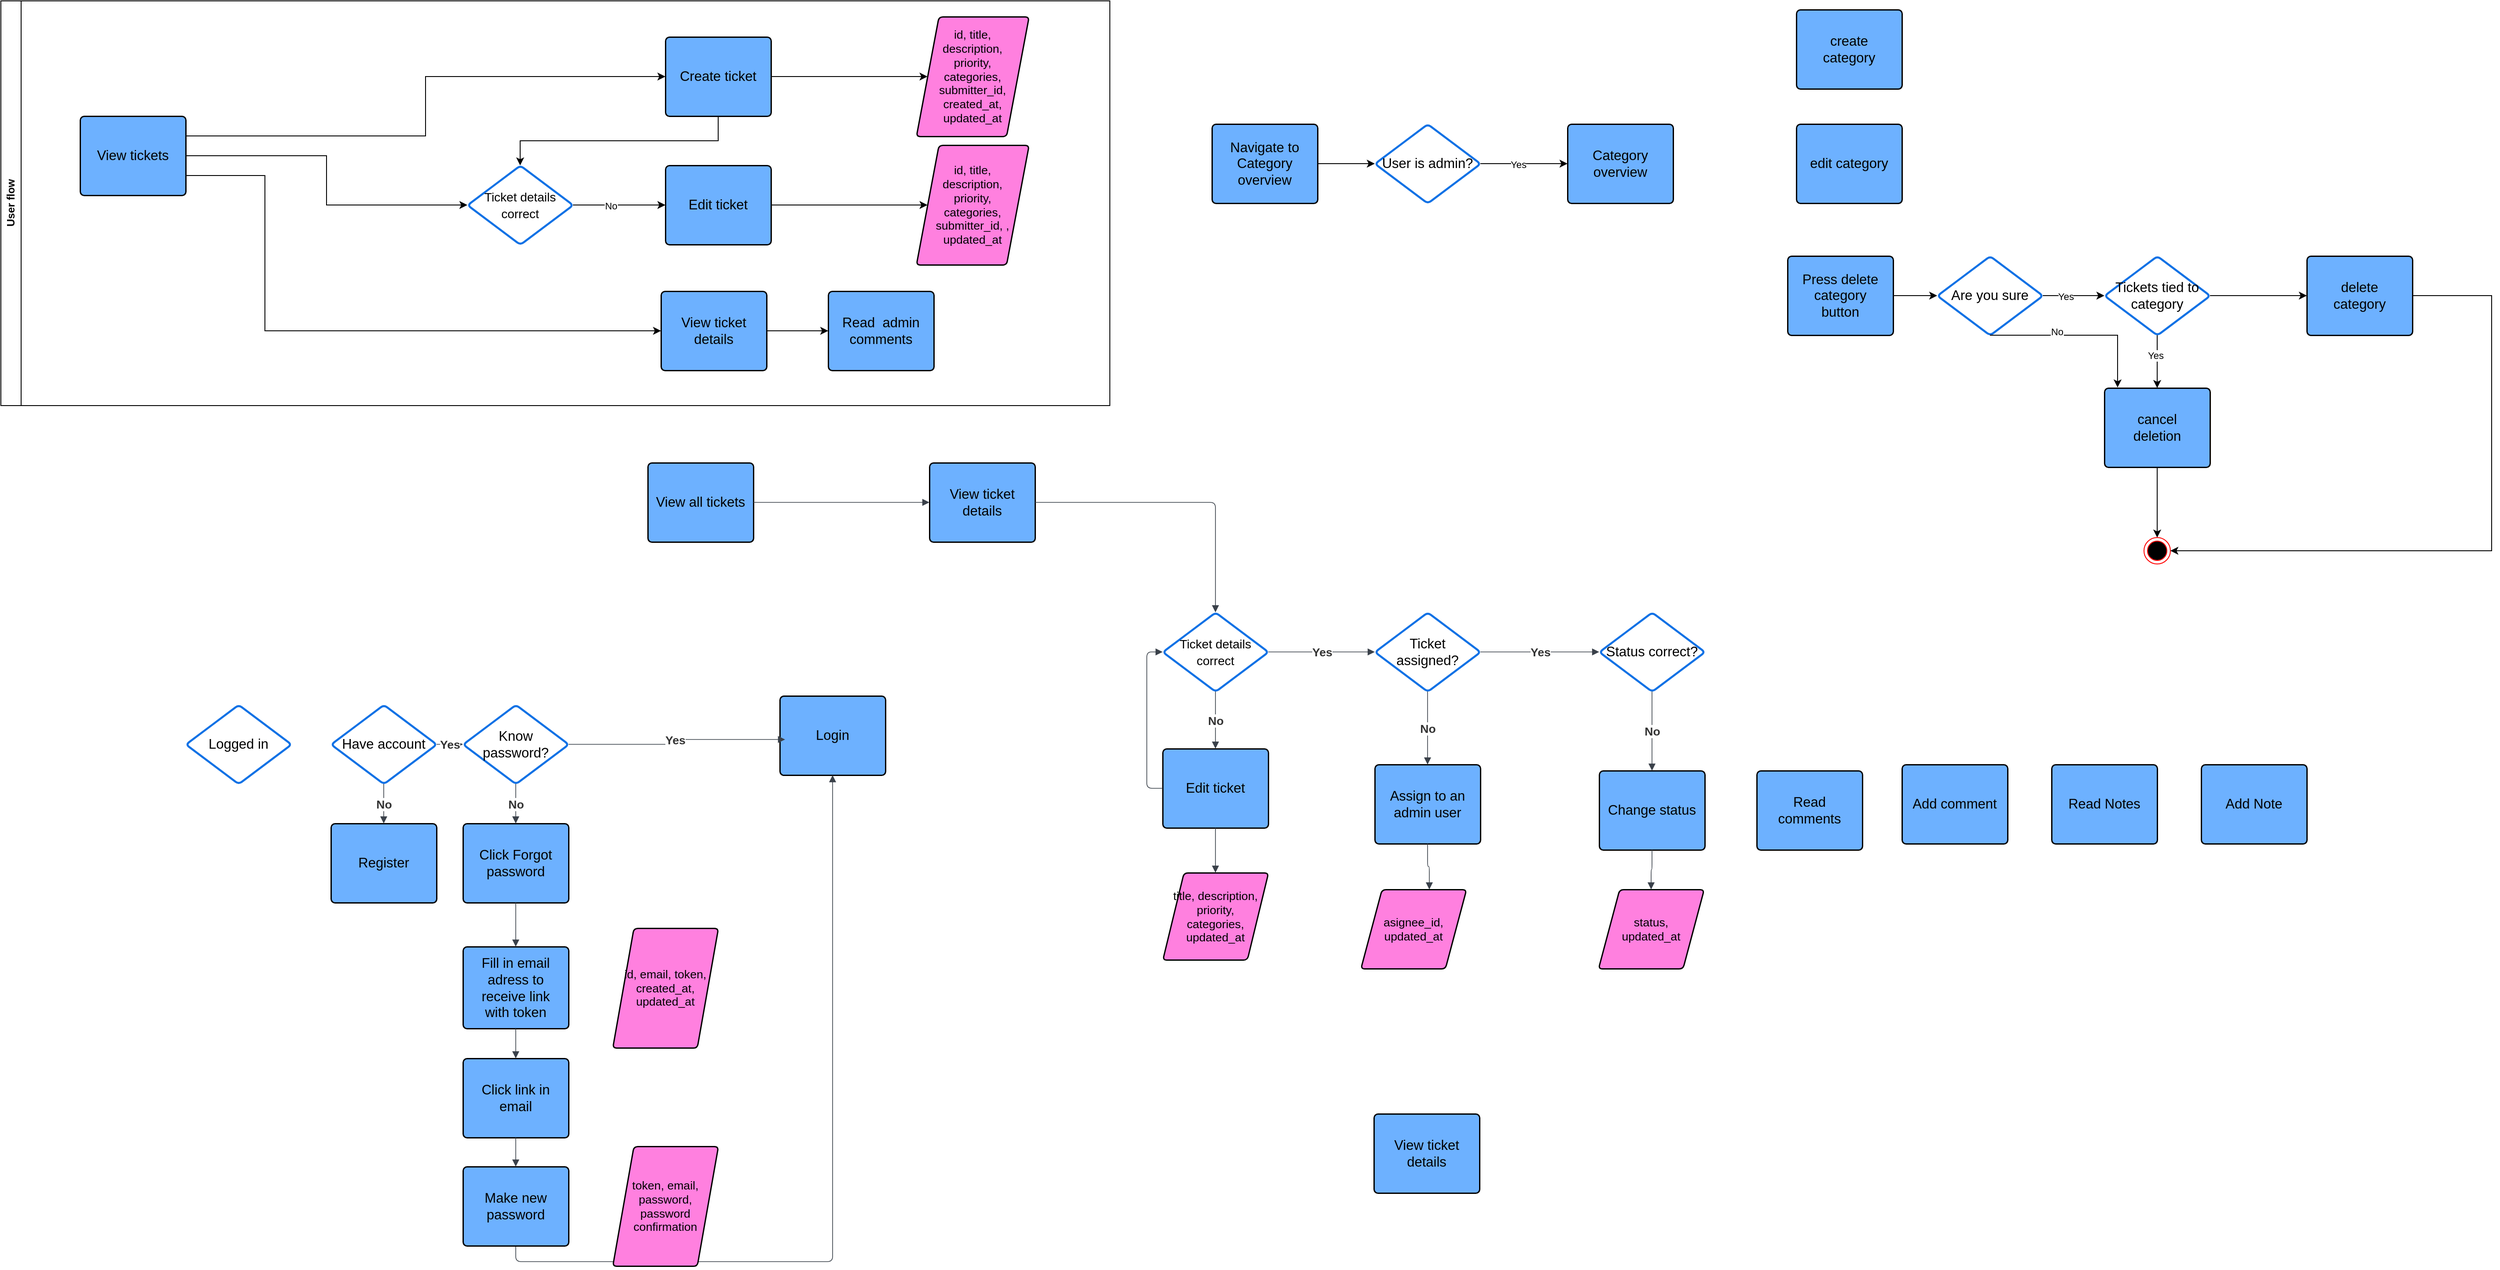
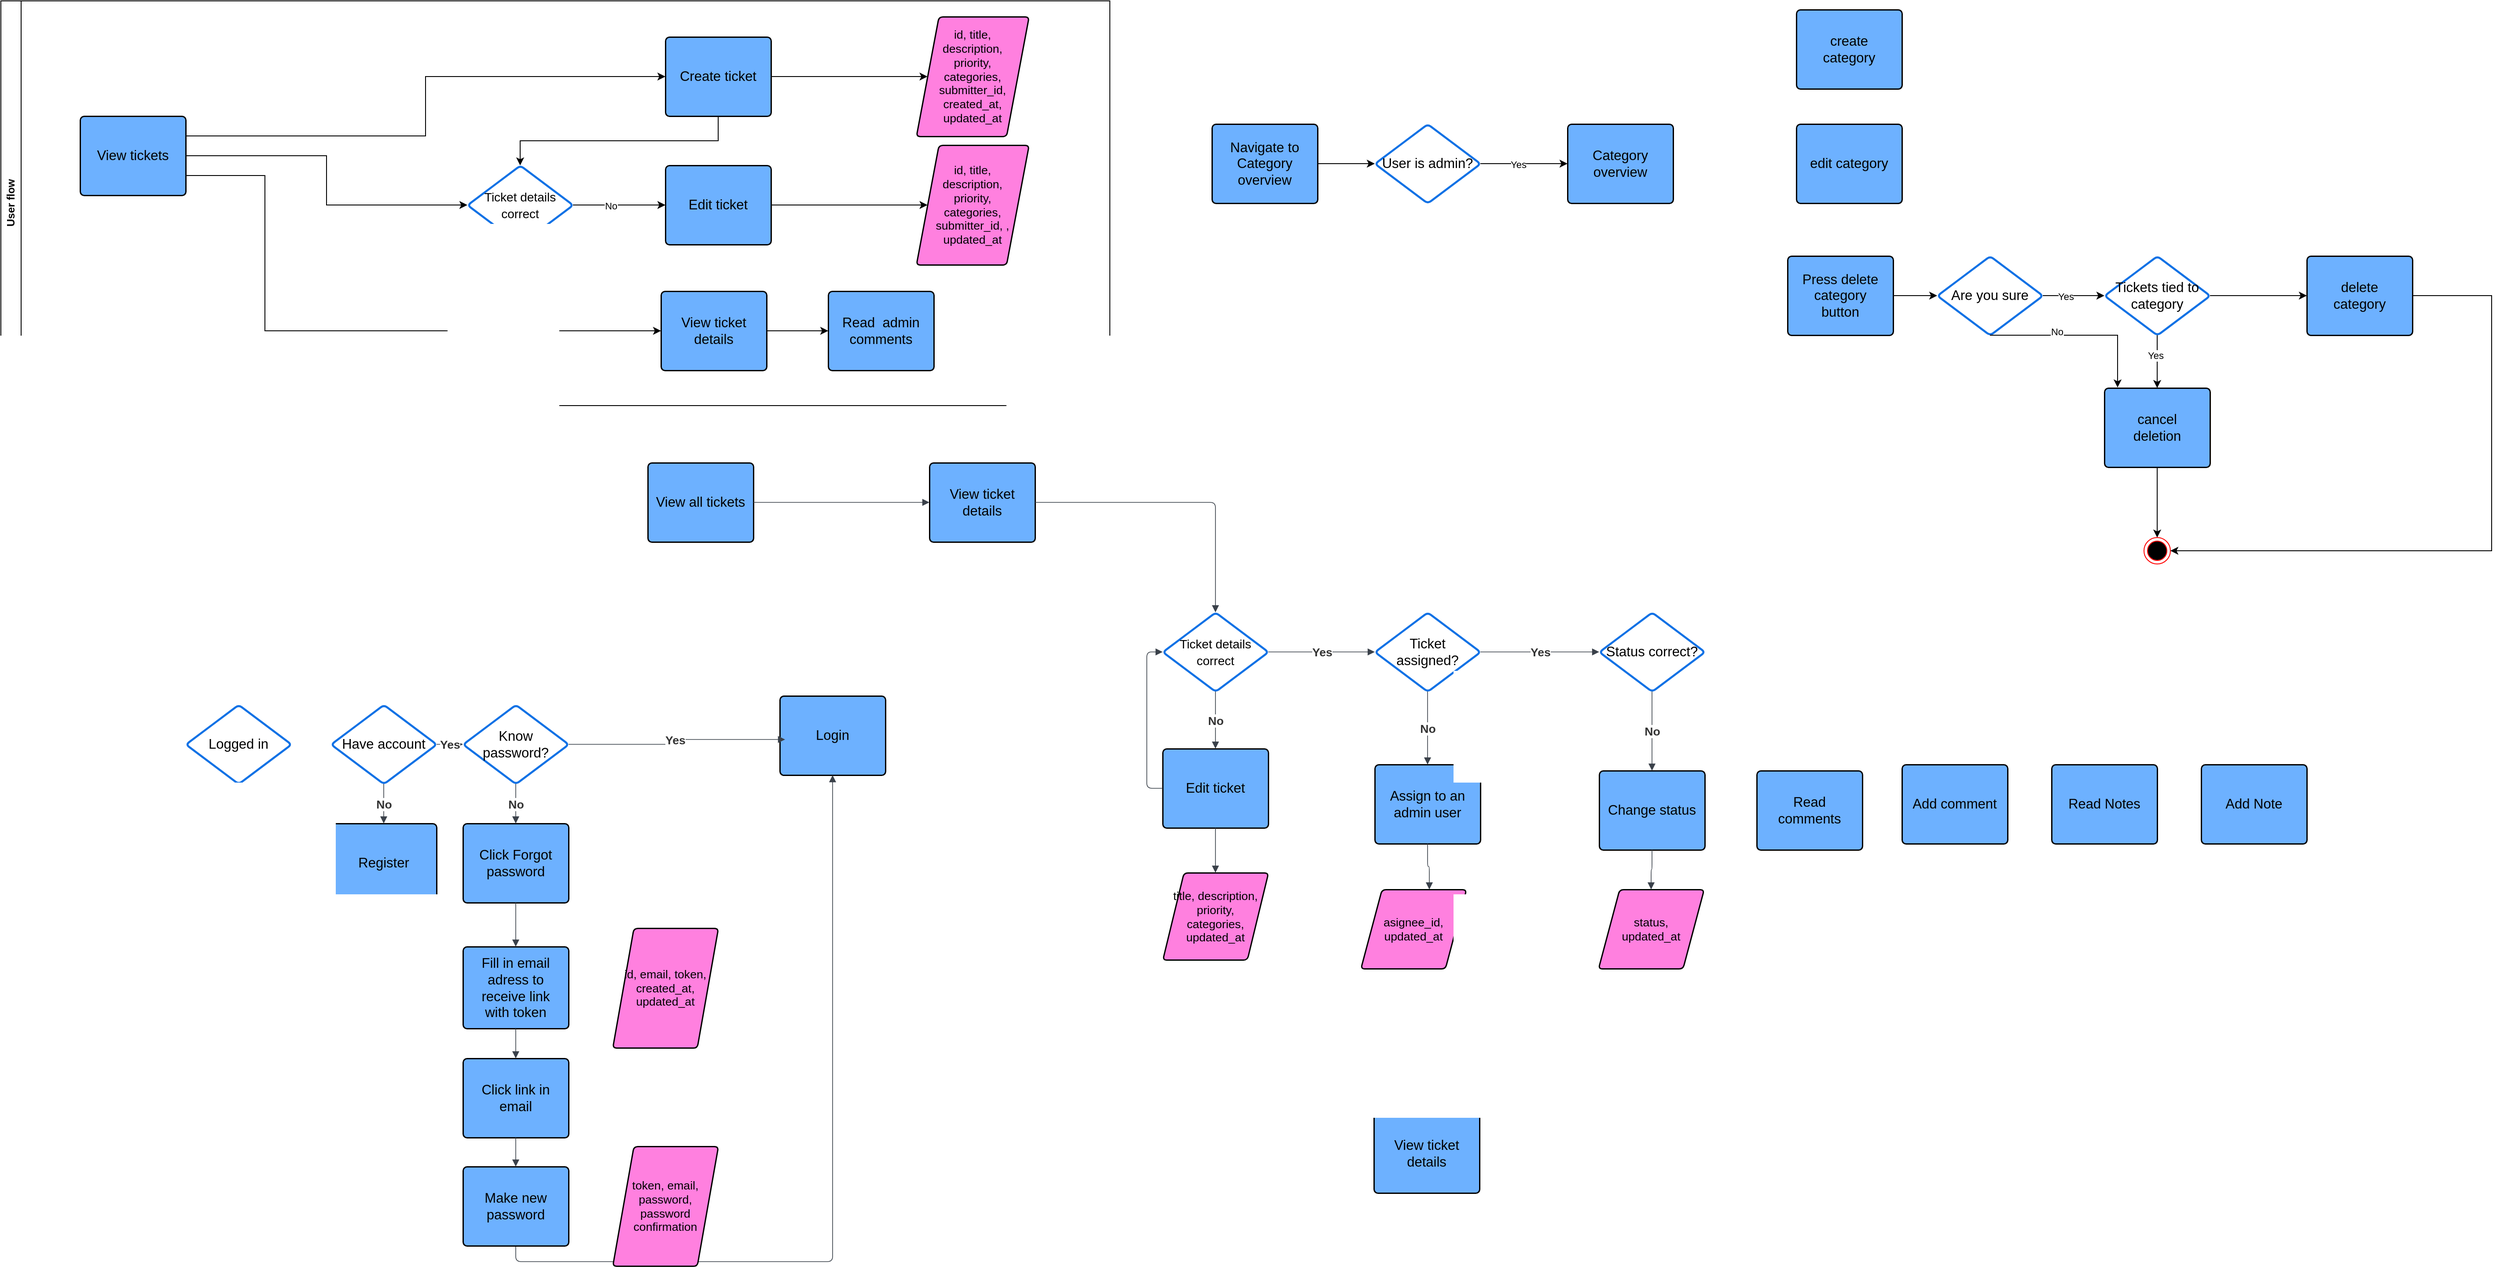
<mxfile host="app.diagrams.net" pages="2">
  <diagram name="Page-1" id="n7FBKacEKIxXiVAmHtVA">
    <mxGraphModel dx="1392" dy="825" grid="1" gridSize="10" guides="1" tooltips="1" connect="1" arrows="1" fold="1" page="1" pageScale="1" pageWidth="850" pageHeight="1100" math="0" shadow="0">
      <root>
        <mxCell id="0" />
        <mxCell id="1" parent="0" />
        <mxCell id="zY7RNsqznwpmfASJRKpX-2" parent="1" style="html=1;overflow=block;blockSpacing=1;whiteSpace=wrap;shape=mxgraph.bpmn.shape;outline=end;symbol=terminate;strokeColor=#000000;fillColor=#ffffff;fontSize=13;spacing=0;strokeOpacity=100;rounded=1;absoluteArcSize=1;arcSize=9;strokeWidth=NaN;lucidId=3..6X8Ew9ufc;" value="" vertex="1">
          <mxGeometry height="30" width="30" x="-280" y="590" as="geometry" />
        </mxCell>
        <mxCell id="zY7RNsqznwpmfASJRKpX-30" parent="1" style="html=1;overflow=block;blockSpacing=1;whiteSpace=wrap;fontSize=15.5;spacing=9;strokeOpacity=100;fillOpacity=100;rounded=1;absoluteArcSize=1;arcSize=9;fillColor=#6db1ff;strokeWidth=1.5;lucidId=bpb7-LDuSo~5;" value="Click Forgot password" vertex="1">
          <mxGeometry height="90" width="120" x="595" y="1235" as="geometry" />
        </mxCell>
        <mxCell id="zY7RNsqznwpmfASJRKpX-31" parent="1" style="html=1;overflow=block;blockSpacing=1;whiteSpace=wrap;fontSize=15.5;spacing=9;strokeOpacity=100;fillOpacity=100;rounded=1;absoluteArcSize=1;arcSize=9;fillColor=#6db1ff;strokeWidth=1.5;lucidId=Bpb7WJCPLiIc;" value="Click link in email" vertex="1">
          <mxGeometry height="90" width="120" x="595" y="1502" as="geometry" />
        </mxCell>
        <mxCell id="zY7RNsqznwpmfASJRKpX-32" parent="1" style="html=1;overflow=block;blockSpacing=1;whiteSpace=wrap;fontSize=15.5;spacing=9;strokeOpacity=100;fillOpacity=100;rounded=1;absoluteArcSize=1;arcSize=9;fillColor=#6db1ff;strokeWidth=1.5;lucidId=Tpb7vnIm.4ui;" value="Fill in email adress to receive link with token" vertex="1">
          <mxGeometry height="93" width="120" x="595" y="1375" as="geometry" />
        </mxCell>
        <mxCell id="zY7RNsqznwpmfASJRKpX-33" parent="1" style="html=1;overflow=block;blockSpacing=1;whiteSpace=wrap;fontSize=15.5;spacing=9;strokeOpacity=100;fillOpacity=100;rounded=1;absoluteArcSize=1;arcSize=9;fillColor=#6db1ff;strokeWidth=1.5;lucidId=Psd7zcE1niAG;" value="Register" vertex="1">
          <mxGeometry height="90" width="120" x="445" y="1235" as="geometry" />
        </mxCell>
        <mxCell id="zY7RNsqznwpmfASJRKpX-35" parent="1" style="points=[[0.058,0.533,0]];html=1;overflow=block;blockSpacing=1;whiteSpace=wrap;fontSize=15.5;spacing=9;strokeOpacity=100;fillOpacity=100;rounded=1;absoluteArcSize=1;arcSize=9;fillColor=#6db1ff;strokeWidth=1.5;lucidId=Ntd7Snyt2GsH;" value="Login" vertex="1">
          <mxGeometry height="90" width="120" x="955" y="1090" as="geometry" />
        </mxCell>
        <mxCell id="zY7RNsqznwpmfASJRKpX-86" edge="1" parent="1" source="zY7RNsqznwpmfASJRKpX-36" style="edgeStyle=orthogonalEdgeStyle;rounded=0;orthogonalLoop=1;jettySize=auto;html=1;exitX=1;exitY=0.5;exitDx=0;exitDy=0;" target="zY7RNsqznwpmfASJRKpX-65">
          <mxGeometry relative="1" as="geometry" />
        </mxCell>
        <mxCell id="zY7RNsqznwpmfASJRKpX-91" edge="1" parent="1" source="zY7RNsqznwpmfASJRKpX-36" style="edgeStyle=orthogonalEdgeStyle;rounded=0;orthogonalLoop=1;jettySize=auto;html=1;exitX=0.5;exitY=1;exitDx=0;exitDy=0;entryX=0.5;entryY=0;entryDx=0;entryDy=0;" target="zY7RNsqznwpmfASJRKpX-88">
          <mxGeometry relative="1" as="geometry" />
        </mxCell>
        <mxCell id="zY7RNsqznwpmfASJRKpX-36" parent="1" style="html=1;overflow=block;blockSpacing=1;whiteSpace=wrap;fontSize=15.5;spacing=9;strokeOpacity=100;fillOpacity=100;rounded=1;absoluteArcSize=1;arcSize=9;fillColor=#6db1ff;strokeWidth=1.5;lucidId=Vtd7YC4HCxfX;" value="Create ticket" vertex="1">
          <mxGeometry height="90" width="120" x="825" y="341" as="geometry" />
        </mxCell>
        <mxCell id="zY7RNsqznwpmfASJRKpX-87" edge="1" parent="1" source="zY7RNsqznwpmfASJRKpX-37" style="edgeStyle=orthogonalEdgeStyle;rounded=0;orthogonalLoop=1;jettySize=auto;html=1;exitX=1;exitY=0.5;exitDx=0;exitDy=0;" target="zY7RNsqznwpmfASJRKpX-85">
          <mxGeometry relative="1" as="geometry" />
        </mxCell>
        <mxCell id="zY7RNsqznwpmfASJRKpX-37" parent="1" style="html=1;overflow=block;blockSpacing=1;whiteSpace=wrap;fontSize=15.5;spacing=9;strokeOpacity=100;fillOpacity=100;rounded=1;absoluteArcSize=1;arcSize=9;fillColor=#6db1ff;strokeWidth=1.5;lucidId=_td7SspD.L~e;" value="Edit ticket" vertex="1">
          <mxGeometry height="90" width="120" x="825" y="487" as="geometry" />
        </mxCell>
        <mxCell id="zY7RNsqznwpmfASJRKpX-38" parent="1" style="html=1;overflow=block;blockSpacing=1;whiteSpace=wrap;fontSize=15.5;spacing=9;strokeOpacity=100;fillOpacity=100;rounded=1;absoluteArcSize=1;arcSize=9;fillColor=#6db1ff;strokeWidth=1.5;lucidId=Nud7yY_tADRs;" value="View all tickets" vertex="1">
          <mxGeometry height="90" width="120" x="805" y="825" as="geometry" />
        </mxCell>
        <mxCell id="zY7RNsqznwpmfASJRKpX-39" parent="1" style="html=1;overflow=block;blockSpacing=1;whiteSpace=wrap;fontSize=15.5;spacing=9;strokeOpacity=100;fillOpacity=100;rounded=1;absoluteArcSize=1;arcSize=9;fillColor=#6db1ff;strokeWidth=1.5;lucidId=nvd78RTM1qBb;" value="View ticket details" vertex="1">
          <mxGeometry height="90" width="120" x="1125" y="825" as="geometry" />
        </mxCell>
        <mxCell id="zY7RNsqznwpmfASJRKpX-40" parent="1" style="html=1;overflow=block;blockSpacing=1;whiteSpace=wrap;fontSize=15.5;spacing=9;strokeOpacity=100;fillOpacity=100;rounded=1;absoluteArcSize=1;arcSize=9;fillColor=#6db1ff;strokeWidth=1.5;lucidId=Xwd7pQBRmD6D;" value="View ticket details" vertex="1">
          <mxGeometry height="90" width="120" x="1630" y="1565" as="geometry" />
        </mxCell>
        <mxCell id="zY7RNsqznwpmfASJRKpX-41" parent="1" style="html=1;overflow=block;blockSpacing=1;whiteSpace=wrap;rhombus;fontSize=15.5;spacing=3.8;strokeColor=#1071e5;strokeOpacity=100;fillOpacity=100;rounded=1;absoluteArcSize=1;arcSize=9;fillColor=#ffffff;strokeWidth=2.3;lucidId=5wd7-uWDyog3;" value="&lt;font style=&quot;font-size: 14px;&quot;&gt;Ticket details correct&lt;/font&gt;" vertex="1">
          <mxGeometry height="90" width="120" x="1390" y="995" as="geometry" />
        </mxCell>
        <mxCell id="zY7RNsqznwpmfASJRKpX-42" parent="1" style="html=1;overflow=block;blockSpacing=1;whiteSpace=wrap;fontSize=15.5;spacing=9;strokeOpacity=100;fillOpacity=100;rounded=1;absoluteArcSize=1;arcSize=9;fillColor=#6db1ff;strokeWidth=1.5;lucidId=axd7c7hm7-W8;" value="Edit ticket" vertex="1">
          <mxGeometry height="90" width="120" x="1390" y="1150" as="geometry" />
        </mxCell>
        <mxCell id="zY7RNsqznwpmfASJRKpX-43" edge="1" parent="1" source="zY7RNsqznwpmfASJRKpX-41" style="html=1;jettySize=18;whiteSpace=wrap;fontSize=13.3;fontColor=#333333;fontStyle=1;strokeColor=#3a414a;strokeOpacity=100;strokeWidth=0.8;rounded=1;arcSize=12;edgeStyle=orthogonalEdgeStyle;startArrow=none;endArrow=block;endFill=1;exitX=1;exitY=0.5;exitPerimeter=0;entryX=0;entryY=0.5;entryPerimeter=0;lucidId=Oxd76sbPQS1N;" target="zY7RNsqznwpmfASJRKpX-47" value="">
          <mxGeometry height="100" relative="1" width="100" as="geometry">
            <Array as="points" />
          </mxGeometry>
        </mxCell>
        <mxCell id="zY7RNsqznwpmfASJRKpX-44" parent="zY7RNsqznwpmfASJRKpX-43" style="text;html=1;resizable=0;labelBackgroundColor=default;align=center;verticalAlign=middle;fontStyle=1;fontColor=#333333;fontSize=13.3;" value="Yes" vertex="1">
          <mxGeometry relative="1" as="geometry" />
        </mxCell>
        <mxCell id="zY7RNsqznwpmfASJRKpX-45" edge="1" parent="1" source="zY7RNsqznwpmfASJRKpX-41" style="html=1;jettySize=18;whiteSpace=wrap;fontSize=13.3;fontColor=#333333;fontStyle=1;strokeColor=#3a414a;strokeOpacity=100;strokeWidth=0.8;rounded=1;arcSize=12;edgeStyle=orthogonalEdgeStyle;startArrow=none;endArrow=block;endFill=1;exitX=0.5;exitY=1;exitPerimeter=0;entryX=0.5;entryY=0;entryPerimeter=0;lucidId=Sxd71a7ONU-R;" target="zY7RNsqznwpmfASJRKpX-42" value="">
          <mxGeometry height="100" relative="1" width="100" as="geometry">
            <Array as="points" />
          </mxGeometry>
        </mxCell>
        <mxCell id="zY7RNsqznwpmfASJRKpX-46" parent="zY7RNsqznwpmfASJRKpX-45" style="text;html=1;resizable=0;labelBackgroundColor=default;align=center;verticalAlign=middle;fontStyle=1;fontColor=#333333;fontSize=13.3;" value="No" vertex="1">
          <mxGeometry relative="1" as="geometry" />
        </mxCell>
        <mxCell id="zY7RNsqznwpmfASJRKpX-47" parent="1" style="html=1;overflow=block;blockSpacing=1;whiteSpace=wrap;rhombus;fontSize=15.5;spacing=3.8;strokeColor=#1071e5;strokeOpacity=100;fillOpacity=100;rounded=1;absoluteArcSize=1;arcSize=9;fillColor=#ffffff;strokeWidth=2.3;lucidId=syd7IaviowkX;" value="Ticket assigned?" vertex="1">
          <mxGeometry height="90" width="120" x="1631" y="995" as="geometry" />
        </mxCell>
        <mxCell id="zY7RNsqznwpmfASJRKpX-48" parent="1" style="html=1;overflow=block;blockSpacing=1;whiteSpace=wrap;fontSize=15.5;spacing=9;strokeOpacity=100;fillOpacity=100;rounded=1;absoluteArcSize=1;arcSize=9;fillColor=#6db1ff;strokeWidth=1.5;lucidId=Jyd7JkUnaxf8;" value="Assign to an admin user" vertex="1">
          <mxGeometry height="90" width="120" x="1631" y="1168" as="geometry" />
        </mxCell>
        <mxCell id="zY7RNsqznwpmfASJRKpX-49" edge="1" parent="1" source="zY7RNsqznwpmfASJRKpX-42" style="html=1;jettySize=18;whiteSpace=wrap;fontSize=13;strokeColor=#3a414a;strokeOpacity=100;strokeWidth=0.8;rounded=1;arcSize=12;edgeStyle=orthogonalEdgeStyle;startArrow=none;endArrow=block;endFill=1;exitX=0;exitY=0.5;exitPerimeter=0;entryX=0;entryY=0.5;entryPerimeter=0;lucidId=azd7dvgm_alB;" target="zY7RNsqznwpmfASJRKpX-41" value="">
          <mxGeometry height="100" relative="1" width="100" as="geometry">
            <Array as="points" />
          </mxGeometry>
        </mxCell>
        <mxCell id="zY7RNsqznwpmfASJRKpX-50" edge="1" parent="1" source="zY7RNsqznwpmfASJRKpX-39" style="html=1;jettySize=18;whiteSpace=wrap;fontSize=13;strokeColor=#3a414a;strokeOpacity=100;strokeWidth=0.8;rounded=1;arcSize=12;edgeStyle=orthogonalEdgeStyle;startArrow=none;endArrow=block;endFill=1;exitX=1;exitY=0.5;exitPerimeter=0;entryX=0.5;entryY=0;entryPerimeter=0;lucidId=gzd7N4qLlebf;" target="zY7RNsqznwpmfASJRKpX-41" value="">
          <mxGeometry height="100" relative="1" width="100" as="geometry">
            <Array as="points" />
          </mxGeometry>
        </mxCell>
        <mxCell id="zY7RNsqznwpmfASJRKpX-51" parent="1" style="html=1;overflow=block;blockSpacing=1;whiteSpace=wrap;rhombus;fontSize=15.5;spacing=3.8;strokeColor=#1071e5;strokeOpacity=100;fillOpacity=100;rounded=1;absoluteArcSize=1;arcSize=9;fillColor=#ffffff;strokeWidth=2.3;lucidId=EAd7CyOomCcP;" value="Status correct?" vertex="1">
          <mxGeometry height="90" width="120" x="1886" y="995" as="geometry" />
        </mxCell>
        <mxCell id="zY7RNsqznwpmfASJRKpX-52" parent="1" style="html=1;overflow=block;blockSpacing=1;whiteSpace=wrap;fontSize=15.5;spacing=9;strokeOpacity=100;fillOpacity=100;rounded=1;absoluteArcSize=1;arcSize=9;fillColor=#6db1ff;strokeWidth=1.5;lucidId=UAd76zzu97HQ;" value="Change status" vertex="1">
          <mxGeometry height="90" width="120" x="1886" y="1175" as="geometry" />
        </mxCell>
        <mxCell id="zY7RNsqznwpmfASJRKpX-53" edge="1" parent="1" source="zY7RNsqznwpmfASJRKpX-47" style="html=1;jettySize=18;whiteSpace=wrap;fontSize=13.3;fontColor=#333333;fontStyle=1;strokeColor=#3a414a;strokeOpacity=100;strokeWidth=0.8;rounded=1;arcSize=12;edgeStyle=orthogonalEdgeStyle;startArrow=none;endArrow=block;endFill=1;exitX=1;exitY=0.5;exitPerimeter=0;entryX=0;entryY=0.5;entryPerimeter=0;lucidId=ABd7Drj8k.3V;" target="zY7RNsqznwpmfASJRKpX-51" value="">
          <mxGeometry height="100" relative="1" width="100" as="geometry">
            <Array as="points" />
          </mxGeometry>
        </mxCell>
        <mxCell id="zY7RNsqznwpmfASJRKpX-54" parent="zY7RNsqznwpmfASJRKpX-53" style="text;html=1;resizable=0;labelBackgroundColor=default;align=center;verticalAlign=middle;fontStyle=1;fontColor=#333333;fontSize=13.3;" value="Yes" vertex="1">
          <mxGeometry relative="1" as="geometry" />
        </mxCell>
        <mxCell id="zY7RNsqznwpmfASJRKpX-55" edge="1" parent="1" source="zY7RNsqznwpmfASJRKpX-47" style="html=1;jettySize=18;whiteSpace=wrap;fontSize=13.3;fontColor=#333333;fontStyle=1;strokeColor=#3a414a;strokeOpacity=100;strokeWidth=0.8;rounded=1;arcSize=12;edgeStyle=orthogonalEdgeStyle;startArrow=none;endArrow=block;endFill=1;exitX=0.5;exitY=1;exitPerimeter=0;entryX=0.5;entryY=0;entryPerimeter=0;lucidId=GBd7pjRFpy4B;" target="zY7RNsqznwpmfASJRKpX-48" value="">
          <mxGeometry height="100" relative="1" width="100" as="geometry">
            <Array as="points" />
          </mxGeometry>
        </mxCell>
        <mxCell id="zY7RNsqznwpmfASJRKpX-56" parent="zY7RNsqznwpmfASJRKpX-55" style="text;html=1;resizable=0;labelBackgroundColor=default;align=center;verticalAlign=middle;fontStyle=1;fontColor=#333333;fontSize=13.3;" value="No" vertex="1">
          <mxGeometry relative="1" as="geometry" />
        </mxCell>
        <mxCell id="zY7RNsqznwpmfASJRKpX-57" edge="1" parent="1" source="zY7RNsqznwpmfASJRKpX-51" style="html=1;jettySize=18;whiteSpace=wrap;fontSize=13.3;fontColor=#333333;fontStyle=1;strokeColor=#3a414a;strokeOpacity=100;strokeWidth=0.8;rounded=1;arcSize=12;edgeStyle=orthogonalEdgeStyle;startArrow=none;endArrow=block;endFill=1;exitX=0.5;exitY=1;exitPerimeter=0;entryX=0.5;entryY=0;entryPerimeter=0;lucidId=MBd7LakJBfWu;" target="zY7RNsqznwpmfASJRKpX-52" value="">
          <mxGeometry height="100" relative="1" width="100" as="geometry">
            <Array as="points" />
          </mxGeometry>
        </mxCell>
        <mxCell id="zY7RNsqznwpmfASJRKpX-58" parent="zY7RNsqznwpmfASJRKpX-57" style="text;html=1;resizable=0;labelBackgroundColor=default;align=center;verticalAlign=middle;fontStyle=1;fontColor=#333333;fontSize=13.3;" value="No" vertex="1">
          <mxGeometry relative="1" as="geometry" />
        </mxCell>
        <mxCell id="zY7RNsqznwpmfASJRKpX-59" parent="1" style="html=1;overflow=block;blockSpacing=1;whiteSpace=wrap;shape=parallelogram;perimeter=parallelogramPerimeter;anchorPointDirection=0;fontSize=13.3;spacing=9;strokeOpacity=100;fillOpacity=100;rounded=1;absoluteArcSize=1;arcSize=9;fillColor=#ff80df;strokeWidth=1.5;lucidId=xCd7-JIVUJRF;" value="asignee_id, updated_at" vertex="1">
          <mxGeometry height="90" width="120" x="1615" y="1310" as="geometry" />
        </mxCell>
        <mxCell id="zY7RNsqznwpmfASJRKpX-60" parent="1" style="html=1;overflow=block;blockSpacing=1;whiteSpace=wrap;shape=parallelogram;perimeter=parallelogramPerimeter;anchorPointDirection=0;fontSize=13.3;spacing=9;strokeOpacity=100;fillOpacity=100;rounded=1;absoluteArcSize=1;arcSize=9;fillColor=#ff80df;strokeWidth=1.5;lucidId=zCd7tC_oZC9I;" value="status, updated_at" vertex="1">
          <mxGeometry height="90" width="120" x="1885" y="1310" as="geometry" />
        </mxCell>
        <mxCell id="zY7RNsqznwpmfASJRKpX-61" parent="1" style="html=1;overflow=block;blockSpacing=1;whiteSpace=wrap;shape=parallelogram;perimeter=parallelogramPerimeter;anchorPointDirection=0;fontSize=13.3;spacing=9;strokeOpacity=100;fillOpacity=100;rounded=1;absoluteArcSize=1;arcSize=9;fillColor=#ff80df;strokeWidth=1.5;lucidId=ZCd73fD3l1vH;" value="title, description, priority, categories, updated_at" vertex="1">
          <mxGeometry height="99" width="120" x="1390" y="1291" as="geometry" />
        </mxCell>
        <mxCell id="zY7RNsqznwpmfASJRKpX-62" edge="1" parent="1" source="zY7RNsqznwpmfASJRKpX-42" style="html=1;jettySize=18;whiteSpace=wrap;fontSize=13;strokeColor=#3a414a;strokeOpacity=100;strokeWidth=0.8;rounded=1;arcSize=12;edgeStyle=orthogonalEdgeStyle;startArrow=none;endArrow=block;endFill=1;exitX=0.5;exitY=1;exitPerimeter=0;entryX=0.5;entryY=0;entryPerimeter=0;lucidId=8Cd7BvWGGa37;" target="zY7RNsqznwpmfASJRKpX-61" value="">
          <mxGeometry height="100" relative="1" width="100" as="geometry">
            <Array as="points" />
          </mxGeometry>
        </mxCell>
        <mxCell id="zY7RNsqznwpmfASJRKpX-63" edge="1" parent="1" source="zY7RNsqznwpmfASJRKpX-52" style="html=1;jettySize=18;whiteSpace=wrap;fontSize=13;strokeColor=#3a414a;strokeOpacity=100;strokeWidth=0.8;rounded=1;arcSize=12;edgeStyle=orthogonalEdgeStyle;startArrow=none;endArrow=block;endFill=1;exitX=0.5;exitY=1;exitPerimeter=0;entryX=0.5;entryY=0;entryPerimeter=0;lucidId=lDd7YwH.78X7;" target="zY7RNsqznwpmfASJRKpX-60" value="">
          <mxGeometry height="100" relative="1" width="100" as="geometry">
            <Array as="points" />
          </mxGeometry>
        </mxCell>
        <mxCell id="zY7RNsqznwpmfASJRKpX-64" edge="1" parent="1" source="zY7RNsqznwpmfASJRKpX-48" style="html=1;jettySize=18;whiteSpace=wrap;fontSize=13;strokeColor=#3a414a;strokeOpacity=100;strokeWidth=0.8;rounded=1;arcSize=12;edgeStyle=orthogonalEdgeStyle;startArrow=none;endArrow=block;endFill=1;exitX=0.5;exitY=1;exitPerimeter=0;entryX=0.65;entryY=0;entryPerimeter=0;lucidId=pDd77dghexQc;" target="zY7RNsqznwpmfASJRKpX-59" value="">
          <mxGeometry height="100" relative="1" width="100" as="geometry">
            <Array as="points" />
          </mxGeometry>
        </mxCell>
        <mxCell id="zY7RNsqznwpmfASJRKpX-65" parent="1" style="html=1;overflow=block;blockSpacing=1;whiteSpace=wrap;shape=parallelogram;perimeter=parallelogramPerimeter;anchorPointDirection=0;fontSize=13.3;spacing=9;strokeOpacity=100;fillOpacity=100;rounded=1;absoluteArcSize=1;arcSize=9;fillColor=#ff80df;strokeWidth=1.5;lucidId=rFd7Cz1MsACA;" value="id, title, description, priority, categories, submitter_id, created_at, updated_at" vertex="1">
          <mxGeometry height="136" width="128" x="1110" y="318" as="geometry" />
        </mxCell>
        <mxCell id="zY7RNsqznwpmfASJRKpX-66" parent="1" style="html=1;overflow=block;blockSpacing=1;whiteSpace=wrap;rhombus;fontSize=15.5;spacing=3.8;strokeColor=#1071e5;strokeOpacity=100;fillOpacity=100;rounded=1;absoluteArcSize=1;arcSize=9;fillColor=#ffffff;strokeWidth=2.3;lucidId=YId7v41~7VT0;" value="Have account" vertex="1">
          <mxGeometry height="90" width="120" x="445" y="1100" as="geometry" />
        </mxCell>
        <mxCell id="zY7RNsqznwpmfASJRKpX-67" parent="1" style="html=1;overflow=block;blockSpacing=1;whiteSpace=wrap;rhombus;fontSize=15.5;spacing=3.8;strokeColor=#1071e5;strokeOpacity=100;fillOpacity=100;rounded=1;absoluteArcSize=1;arcSize=9;fillColor=#ffffff;strokeWidth=2.3;lucidId=hId7zdsU7ahj;" value="Logged in" vertex="1">
          <mxGeometry height="90" width="120" x="280" y="1100" as="geometry" />
        </mxCell>
        <mxCell id="zY7RNsqznwpmfASJRKpX-68" parent="1" style="html=1;overflow=block;blockSpacing=1;whiteSpace=wrap;rhombus;fontSize=15.5;spacing=3.8;strokeColor=#1071e5;strokeOpacity=100;fillOpacity=100;rounded=1;absoluteArcSize=1;arcSize=9;fillColor=#ffffff;strokeWidth=2.3;lucidId=6Id7jTsAE.c5;" value="Know password?" vertex="1">
          <mxGeometry height="90" width="120" x="595" y="1100" as="geometry" />
        </mxCell>
        <mxCell id="zY7RNsqznwpmfASJRKpX-69" edge="1" parent="1" source="zY7RNsqznwpmfASJRKpX-66" style="html=1;jettySize=18;whiteSpace=wrap;fontSize=13.3;fontColor=#333333;fontStyle=1;strokeColor=#3a414a;strokeOpacity=100;strokeWidth=0.8;rounded=1;arcSize=12;edgeStyle=orthogonalEdgeStyle;startArrow=none;endArrow=block;endFill=1;exitX=1;exitY=0.5;exitPerimeter=0;entryX=0;entryY=0.5;entryPerimeter=0;lucidId=fJd7vKjMXvMb;" target="zY7RNsqznwpmfASJRKpX-68" value="">
          <mxGeometry height="100" relative="1" width="100" as="geometry">
            <Array as="points" />
          </mxGeometry>
        </mxCell>
        <mxCell id="zY7RNsqznwpmfASJRKpX-70" parent="zY7RNsqznwpmfASJRKpX-69" style="text;html=1;resizable=0;labelBackgroundColor=default;align=center;verticalAlign=middle;fontStyle=1;fontColor=#333333;fontSize=13.3;" value="Yes" vertex="1">
          <mxGeometry relative="1" as="geometry" />
        </mxCell>
        <mxCell id="zY7RNsqznwpmfASJRKpX-71" edge="1" parent="1" source="zY7RNsqznwpmfASJRKpX-66" style="html=1;jettySize=18;whiteSpace=wrap;fontSize=13.3;fontColor=#333333;fontStyle=1;strokeColor=#3a414a;strokeOpacity=100;strokeWidth=0.8;rounded=1;arcSize=12;edgeStyle=orthogonalEdgeStyle;startArrow=none;endArrow=block;endFill=1;exitX=0.5;exitY=1;exitPerimeter=0;entryX=0.5;entryY=0;entryPerimeter=0;lucidId=iJd7t8yU5Mix;" target="zY7RNsqznwpmfASJRKpX-33" value="">
          <mxGeometry height="100" relative="1" width="100" as="geometry">
            <Array as="points" />
          </mxGeometry>
        </mxCell>
        <mxCell id="zY7RNsqznwpmfASJRKpX-72" parent="zY7RNsqznwpmfASJRKpX-71" style="text;html=1;resizable=0;labelBackgroundColor=default;align=center;verticalAlign=middle;fontStyle=1;fontColor=#333333;fontSize=13.3;" value="No" vertex="1">
          <mxGeometry relative="1" as="geometry" />
        </mxCell>
        <mxCell id="zY7RNsqznwpmfASJRKpX-73" edge="1" parent="1" source="zY7RNsqznwpmfASJRKpX-68" style="html=1;jettySize=18;whiteSpace=wrap;fontSize=13.3;fontColor=#333333;fontStyle=1;strokeColor=#3a414a;strokeOpacity=100;strokeWidth=0.8;rounded=1;arcSize=12;edgeStyle=orthogonalEdgeStyle;startArrow=none;endArrow=block;endFill=1;exitX=0.5;exitY=1;exitPerimeter=0;entryX=0.5;entryY=0;entryPerimeter=0;lucidId=nMd7XmFXeCSV;" target="zY7RNsqznwpmfASJRKpX-30" value="">
          <mxGeometry height="100" relative="1" width="100" as="geometry">
            <Array as="points" />
          </mxGeometry>
        </mxCell>
        <mxCell id="zY7RNsqznwpmfASJRKpX-74" parent="zY7RNsqznwpmfASJRKpX-73" style="text;html=1;resizable=0;labelBackgroundColor=default;align=center;verticalAlign=middle;fontStyle=1;fontColor=#333333;fontSize=13.3;" value="No" vertex="1">
          <mxGeometry relative="1" as="geometry" />
        </mxCell>
        <mxCell id="zY7RNsqznwpmfASJRKpX-75" edge="1" parent="1" source="zY7RNsqznwpmfASJRKpX-68" style="html=1;jettySize=18;whiteSpace=wrap;fontSize=13.3;fontColor=#333333;fontStyle=1;strokeColor=#3a414a;strokeOpacity=100;strokeWidth=0.8;rounded=1;arcSize=12;edgeStyle=orthogonalEdgeStyle;startArrow=none;endArrow=block;endFill=1;exitX=1;exitY=0.5;exitPerimeter=0;entryX=0.05;entryY=0.55;entryPerimeter=0;lucidId=kMd7GEcBCp9G;" target="zY7RNsqznwpmfASJRKpX-35" value="">
          <mxGeometry height="100" relative="1" width="100" as="geometry">
            <Array as="points" />
          </mxGeometry>
        </mxCell>
        <mxCell id="zY7RNsqznwpmfASJRKpX-76" parent="zY7RNsqznwpmfASJRKpX-75" style="text;html=1;resizable=0;labelBackgroundColor=default;align=center;verticalAlign=middle;fontStyle=1;fontColor=#333333;fontSize=13.3;" value="Yes" vertex="1">
          <mxGeometry relative="1" as="geometry" />
        </mxCell>
        <mxCell id="zY7RNsqznwpmfASJRKpX-77" edge="1" parent="1" source="zY7RNsqznwpmfASJRKpX-82" style="html=1;jettySize=18;whiteSpace=wrap;fontSize=13;strokeColor=#3a414a;strokeOpacity=100;strokeWidth=0.8;rounded=1;arcSize=12;edgeStyle=orthogonalEdgeStyle;startArrow=none;endArrow=block;endFill=1;exitX=0.5;exitY=1;exitPerimeter=0;entryX=0.5;entryY=1;entryPerimeter=0;lucidId=IMd7S.q-..Kx;" target="zY7RNsqznwpmfASJRKpX-35" value="">
          <mxGeometry height="100" relative="1" width="100" as="geometry">
            <Array as="points" />
          </mxGeometry>
        </mxCell>
        <mxCell id="zY7RNsqznwpmfASJRKpX-78" parent="1" style="html=1;overflow=block;blockSpacing=1;whiteSpace=wrap;shape=parallelogram;perimeter=parallelogramPerimeter;anchorPointDirection=0;fontSize=13.3;spacing=9;strokeOpacity=100;fillOpacity=100;rounded=1;absoluteArcSize=1;arcSize=9;fillColor=#ff80df;strokeWidth=1.5;lucidId=TGd7eIprQSIE;" value="id, email, token,  created_at, updated_at" vertex="1">
          <mxGeometry height="136" width="120" x="765" y="1354" as="geometry" />
        </mxCell>
        <mxCell id="zY7RNsqznwpmfASJRKpX-79" parent="1" style="html=1;overflow=block;blockSpacing=1;whiteSpace=wrap;shape=parallelogram;perimeter=parallelogramPerimeter;anchorPointDirection=0;fontSize=13.3;spacing=9;strokeOpacity=100;fillOpacity=100;rounded=1;absoluteArcSize=1;arcSize=9;fillColor=#ff80df;strokeWidth=1.5;lucidId=0Kd77EdJZwtV;" value="token, email, password, password confirmation" vertex="1">
          <mxGeometry height="136" width="120" x="765" y="1602" as="geometry" />
        </mxCell>
        <mxCell id="zY7RNsqznwpmfASJRKpX-80" edge="1" parent="1" source="zY7RNsqznwpmfASJRKpX-32" style="html=1;jettySize=18;whiteSpace=wrap;fontSize=13;strokeColor=#3a414a;strokeOpacity=100;strokeWidth=0.8;rounded=1;arcSize=12;edgeStyle=orthogonalEdgeStyle;startArrow=none;endArrow=block;endFill=1;exitX=0.5;exitY=1;exitPerimeter=0;entryX=0.5;entryY=0;entryPerimeter=0;lucidId=vPd7Q4hdl5CC;" target="zY7RNsqznwpmfASJRKpX-31" value="">
          <mxGeometry height="100" relative="1" width="100" as="geometry">
            <Array as="points" />
          </mxGeometry>
        </mxCell>
        <mxCell id="zY7RNsqznwpmfASJRKpX-81" edge="1" parent="1" source="zY7RNsqznwpmfASJRKpX-30" style="html=1;jettySize=18;whiteSpace=wrap;fontSize=13;strokeColor=#3a414a;strokeOpacity=100;strokeWidth=0.8;rounded=1;arcSize=12;edgeStyle=orthogonalEdgeStyle;startArrow=none;endArrow=block;endFill=1;exitX=0.5;exitY=1;exitPerimeter=0;entryX=0.5;entryY=0;entryPerimeter=0;lucidId=QPd7z8_oXpBG;" target="zY7RNsqznwpmfASJRKpX-32" value="">
          <mxGeometry height="100" relative="1" width="100" as="geometry">
            <Array as="points" />
          </mxGeometry>
        </mxCell>
        <mxCell id="zY7RNsqznwpmfASJRKpX-82" parent="1" style="html=1;overflow=block;blockSpacing=1;whiteSpace=wrap;fontSize=15.5;spacing=9;strokeOpacity=100;fillOpacity=100;rounded=1;absoluteArcSize=1;arcSize=9;fillColor=#6db1ff;strokeWidth=1.5;lucidId=_Pd7kjyP.4xR;" value="Make new password" vertex="1">
          <mxGeometry height="90" width="120" x="595" y="1625" as="geometry" />
        </mxCell>
        <mxCell id="zY7RNsqznwpmfASJRKpX-83" edge="1" parent="1" source="zY7RNsqznwpmfASJRKpX-31" style="html=1;jettySize=18;whiteSpace=wrap;fontSize=13;strokeColor=#3a414a;strokeOpacity=100;strokeWidth=0.8;rounded=1;arcSize=12;edgeStyle=orthogonalEdgeStyle;startArrow=none;endArrow=block;endFill=1;exitX=0.5;exitY=1;exitPerimeter=0;entryX=0.5;entryY=0;entryPerimeter=0;lucidId=pQd7Fba.X_Q1;" target="zY7RNsqznwpmfASJRKpX-82" value="">
          <mxGeometry height="100" relative="1" width="100" as="geometry">
            <Array as="points" />
          </mxGeometry>
        </mxCell>
        <mxCell id="zY7RNsqznwpmfASJRKpX-84" edge="1" parent="1" source="zY7RNsqznwpmfASJRKpX-38" style="html=1;jettySize=18;whiteSpace=wrap;fontSize=13;strokeColor=#3a414a;strokeOpacity=100;strokeWidth=0.8;rounded=1;arcSize=12;edgeStyle=orthogonalEdgeStyle;startArrow=none;endArrow=block;endFill=1;exitX=1;exitY=0.5;exitPerimeter=0;entryX=0;entryY=0.5;entryPerimeter=0;lucidId=Igg7FOayCszA;" target="zY7RNsqznwpmfASJRKpX-39" value="">
          <mxGeometry height="100" relative="1" width="100" as="geometry">
            <Array as="points" />
          </mxGeometry>
        </mxCell>
        <mxCell id="zY7RNsqznwpmfASJRKpX-85" parent="1" style="html=1;overflow=block;blockSpacing=1;whiteSpace=wrap;shape=parallelogram;perimeter=parallelogramPerimeter;anchorPointDirection=0;fontSize=13.3;spacing=9;strokeOpacity=100;fillOpacity=100;rounded=1;absoluteArcSize=1;arcSize=9;fillColor=#ff80df;strokeWidth=1.5;lucidId=rFd7Cz1MsACA;" value="id, title, description, priority, categories, submitter_id, , updated_at" vertex="1">
          <mxGeometry height="136" width="128" x="1110" y="464" as="geometry" />
        </mxCell>
        <mxCell id="zY7RNsqznwpmfASJRKpX-89" edge="1" parent="1" source="zY7RNsqznwpmfASJRKpX-88" style="edgeStyle=orthogonalEdgeStyle;rounded=0;orthogonalLoop=1;jettySize=auto;html=1;" target="zY7RNsqznwpmfASJRKpX-37">
          <mxGeometry relative="1" as="geometry" />
        </mxCell>
        <mxCell id="zY7RNsqznwpmfASJRKpX-90" connectable="0" parent="zY7RNsqznwpmfASJRKpX-89" style="edgeLabel;html=1;align=center;verticalAlign=middle;resizable=0;points=[];" value="No" vertex="1">
          <mxGeometry relative="1" x="-0.1803" y="-1" as="geometry">
            <mxPoint as="offset" />
          </mxGeometry>
        </mxCell>
        <mxCell id="zY7RNsqznwpmfASJRKpX-88" parent="1" style="html=1;overflow=block;blockSpacing=1;whiteSpace=wrap;rhombus;fontSize=15.5;spacing=3.8;strokeColor=#1071e5;strokeOpacity=100;fillOpacity=100;rounded=1;absoluteArcSize=1;arcSize=9;fillColor=#ffffff;strokeWidth=2.3;lucidId=5wd7-uWDyog3;" value="&lt;font style=&quot;font-size: 14px;&quot;&gt;Ticket details correct&lt;/font&gt;" vertex="1">
          <mxGeometry height="90" width="120" x="600" y="487" as="geometry" />
        </mxCell>
        <mxCell id="zY7RNsqznwpmfASJRKpX-92" parent="1" style="html=1;overflow=block;blockSpacing=1;whiteSpace=wrap;fontSize=15.5;spacing=9;strokeOpacity=100;fillOpacity=100;rounded=1;absoluteArcSize=1;arcSize=9;fillColor=#6db1ff;strokeWidth=1.5;lucidId=UAd76zzu97HQ;" value="Read comments" vertex="1">
          <mxGeometry height="90" width="120" x="2065" y="1175" as="geometry" />
        </mxCell>
        <mxCell id="zY7RNsqznwpmfASJRKpX-93" parent="1" style="html=1;overflow=block;blockSpacing=1;whiteSpace=wrap;fontSize=15.5;spacing=9;strokeOpacity=100;fillOpacity=100;rounded=1;absoluteArcSize=1;arcSize=9;fillColor=#6db1ff;strokeWidth=1.5;lucidId=UAd76zzu97HQ;" value="Add comment" vertex="1">
          <mxGeometry height="90" width="120" x="2230" y="1168" as="geometry" />
        </mxCell>
        <mxCell id="zY7RNsqznwpmfASJRKpX-94" parent="1" style="html=1;overflow=block;blockSpacing=1;whiteSpace=wrap;fontSize=15.5;spacing=9;strokeOpacity=100;fillOpacity=100;rounded=1;absoluteArcSize=1;arcSize=9;fillColor=#6db1ff;strokeWidth=1.5;lucidId=UAd76zzu97HQ;" value="Read Notes" vertex="1">
          <mxGeometry height="90" width="120" x="2400" y="1168" as="geometry" />
        </mxCell>
        <mxCell id="zY7RNsqznwpmfASJRKpX-95" parent="1" style="html=1;overflow=block;blockSpacing=1;whiteSpace=wrap;fontSize=15.5;spacing=9;strokeOpacity=100;fillOpacity=100;rounded=1;absoluteArcSize=1;arcSize=9;fillColor=#6db1ff;strokeWidth=1.5;lucidId=UAd76zzu97HQ;" value="Add Note" vertex="1">
          <mxGeometry height="90" width="120" x="2570" y="1168" as="geometry" />
        </mxCell>
        <mxCell id="zY7RNsqznwpmfASJRKpX-96" parent="1" style="html=1;overflow=block;blockSpacing=1;whiteSpace=wrap;fontSize=15.5;spacing=9;strokeOpacity=100;fillOpacity=100;rounded=1;absoluteArcSize=1;arcSize=9;fillColor=#6db1ff;strokeWidth=1.5;lucidId=nvd78RTM1qBb;" value="Read&amp;nbsp; admin comments" vertex="1">
          <mxGeometry height="90" width="120" x="1010" y="630" as="geometry" />
        </mxCell>
        <mxCell id="zY7RNsqznwpmfASJRKpX-98" edge="1" parent="1" source="zY7RNsqznwpmfASJRKpX-97" style="edgeStyle=orthogonalEdgeStyle;rounded=0;orthogonalLoop=1;jettySize=auto;html=1;" target="zY7RNsqznwpmfASJRKpX-96">
          <mxGeometry relative="1" as="geometry" />
        </mxCell>
        <mxCell id="zY7RNsqznwpmfASJRKpX-97" parent="1" style="html=1;overflow=block;blockSpacing=1;whiteSpace=wrap;fontSize=15.5;spacing=9;strokeOpacity=100;fillOpacity=100;rounded=1;absoluteArcSize=1;arcSize=9;fillColor=#6db1ff;strokeWidth=1.5;lucidId=nvd78RTM1qBb;" value="View ticket details" vertex="1">
          <mxGeometry height="90" width="120" x="820" y="630" as="geometry" />
        </mxCell>
        <mxCell id="zY7RNsqznwpmfASJRKpX-103" edge="1" parent="1" source="zY7RNsqznwpmfASJRKpX-99" style="edgeStyle=orthogonalEdgeStyle;rounded=0;orthogonalLoop=1;jettySize=auto;html=1;exitX=1;exitY=0.25;exitDx=0;exitDy=0;" target="zY7RNsqznwpmfASJRKpX-36">
          <mxGeometry relative="1" as="geometry" />
        </mxCell>
        <mxCell id="zY7RNsqznwpmfASJRKpX-104" edge="1" parent="1" source="zY7RNsqznwpmfASJRKpX-99" style="edgeStyle=orthogonalEdgeStyle;rounded=0;orthogonalLoop=1;jettySize=auto;html=1;exitX=1;exitY=0.5;exitDx=0;exitDy=0;" target="zY7RNsqznwpmfASJRKpX-88">
          <mxGeometry relative="1" as="geometry" />
        </mxCell>
        <mxCell id="zY7RNsqznwpmfASJRKpX-105" edge="1" parent="1" source="zY7RNsqznwpmfASJRKpX-99" style="edgeStyle=orthogonalEdgeStyle;rounded=0;orthogonalLoop=1;jettySize=auto;html=1;exitX=1;exitY=0.75;exitDx=0;exitDy=0;" target="zY7RNsqznwpmfASJRKpX-97">
          <mxGeometry relative="1" as="geometry">
            <Array as="points">
              <mxPoint x="370" y="498" />
              <mxPoint x="370" y="675" />
            </Array>
          </mxGeometry>
        </mxCell>
        <mxCell id="zY7RNsqznwpmfASJRKpX-99" parent="1" style="html=1;overflow=block;blockSpacing=1;whiteSpace=wrap;fontSize=15.5;spacing=9;strokeOpacity=100;fillOpacity=100;rounded=1;absoluteArcSize=1;arcSize=9;fillColor=#6db1ff;strokeWidth=1.5;lucidId=Vtd7YC4HCxfX;" value="View tickets" vertex="1">
          <mxGeometry height="90" width="120" x="160" y="431" as="geometry" />
        </mxCell>
        <mxCell id="zY7RNsqznwpmfASJRKpX-106" parent="1" style="swimlane;horizontal=0;whiteSpace=wrap;html=1;" value="User flow" vertex="1">
          <mxGeometry height="460" width="1260" x="70" y="300" as="geometry" />
        </mxCell>
        <mxCell id="zY7RNsqznwpmfASJRKpX-119" edge="1" parent="1" source="zY7RNsqznwpmfASJRKpX-107" style="edgeStyle=orthogonalEdgeStyle;rounded=0;orthogonalLoop=1;jettySize=auto;html=1;exitX=1;exitY=0.5;exitDx=0;exitDy=0;" target="zY7RNsqznwpmfASJRKpX-118">
          <mxGeometry relative="1" as="geometry" />
        </mxCell>
        <mxCell id="zY7RNsqznwpmfASJRKpX-120" connectable="0" parent="zY7RNsqznwpmfASJRKpX-119" style="edgeLabel;html=1;align=center;verticalAlign=middle;resizable=0;points=[];" value="Yes" vertex="1">
          <mxGeometry relative="1" x="-0.1296" y="-1" as="geometry">
            <mxPoint as="offset" />
          </mxGeometry>
        </mxCell>
        <mxCell id="zY7RNsqznwpmfASJRKpX-107" parent="1" style="html=1;overflow=block;blockSpacing=1;whiteSpace=wrap;rhombus;fontSize=15.5;spacing=3.8;strokeColor=#1071e5;strokeOpacity=100;fillOpacity=100;rounded=1;absoluteArcSize=1;arcSize=9;fillColor=#ffffff;strokeWidth=2.3;lucidId=5wd7-uWDyog3;" value="User is admin?" vertex="1">
          <mxGeometry height="90" width="120" x="1631" y="440" as="geometry" />
        </mxCell>
        <mxCell id="zY7RNsqznwpmfASJRKpX-108" parent="1" style="html=1;overflow=block;blockSpacing=1;whiteSpace=wrap;fontSize=15.5;spacing=9;strokeOpacity=100;fillOpacity=100;rounded=1;absoluteArcSize=1;arcSize=9;fillColor=#6db1ff;strokeWidth=1.5;lucidId=Jyd7JkUnaxf8;" value="create category" vertex="1">
          <mxGeometry height="90" width="120" x="2110" y="310" as="geometry" />
        </mxCell>
        <mxCell id="zY7RNsqznwpmfASJRKpX-109" parent="1" style="html=1;overflow=block;blockSpacing=1;whiteSpace=wrap;fontSize=15.5;spacing=9;strokeOpacity=100;fillOpacity=100;rounded=1;absoluteArcSize=1;arcSize=9;fillColor=#6db1ff;strokeWidth=1.5;lucidId=Jyd7JkUnaxf8;" value="edit category" vertex="1">
          <mxGeometry height="90" width="120" x="2110" y="440" as="geometry" />
        </mxCell>
        <mxCell id="zY7RNsqznwpmfASJRKpX-121" edge="1" parent="1" source="zY7RNsqznwpmfASJRKpX-110" style="edgeStyle=orthogonalEdgeStyle;rounded=0;orthogonalLoop=1;jettySize=auto;html=1;exitX=1;exitY=0.5;exitDx=0;exitDy=0;entryX=0;entryY=0.5;entryDx=0;entryDy=0;" target="zY7RNsqznwpmfASJRKpX-115">
          <mxGeometry relative="1" as="geometry" />
        </mxCell>
        <mxCell id="zY7RNsqznwpmfASJRKpX-110" parent="1" style="html=1;overflow=block;blockSpacing=1;whiteSpace=wrap;fontSize=15.5;spacing=9;strokeOpacity=100;fillOpacity=100;rounded=1;absoluteArcSize=1;arcSize=9;fillColor=#6db1ff;strokeWidth=1.5;lucidId=Jyd7JkUnaxf8;" value="Press delete category button" vertex="1">
          <mxGeometry height="90" width="120" x="2100" y="590" as="geometry" />
        </mxCell>
        <mxCell id="zY7RNsqznwpmfASJRKpX-113" edge="1" parent="1" source="zY7RNsqznwpmfASJRKpX-111" style="edgeStyle=orthogonalEdgeStyle;rounded=0;orthogonalLoop=1;jettySize=auto;html=1;exitX=0.5;exitY=1;exitDx=0;exitDy=0;entryX=0.5;entryY=0;entryDx=0;entryDy=0;" target="zY7RNsqznwpmfASJRKpX-112">
          <mxGeometry relative="1" as="geometry" />
        </mxCell>
        <mxCell id="zY7RNsqznwpmfASJRKpX-114" connectable="0" parent="zY7RNsqznwpmfASJRKpX-113" style="edgeLabel;html=1;align=center;verticalAlign=middle;resizable=0;points=[];" value="Yes" vertex="1">
          <mxGeometry relative="1" x="-0.2536" y="-2" as="geometry">
            <mxPoint as="offset" />
          </mxGeometry>
        </mxCell>
        <mxCell id="zY7RNsqznwpmfASJRKpX-128" edge="1" parent="1" source="zY7RNsqznwpmfASJRKpX-111" style="edgeStyle=orthogonalEdgeStyle;rounded=0;orthogonalLoop=1;jettySize=auto;html=1;exitX=1;exitY=0.5;exitDx=0;exitDy=0;" target="zY7RNsqznwpmfASJRKpX-129">
          <mxGeometry relative="1" as="geometry">
            <mxPoint x="2649.9999999999995" y="635" as="targetPoint" />
          </mxGeometry>
        </mxCell>
        <mxCell id="zY7RNsqznwpmfASJRKpX-111" parent="1" style="html=1;overflow=block;blockSpacing=1;whiteSpace=wrap;rhombus;fontSize=15.5;spacing=3.8;strokeColor=#1071e5;strokeOpacity=100;fillOpacity=100;rounded=1;absoluteArcSize=1;arcSize=9;fillColor=#ffffff;strokeWidth=2.3;lucidId=5wd7-uWDyog3;" value="Tickets tied to category" vertex="1">
          <mxGeometry height="90" width="120" x="2460" y="590" as="geometry" />
        </mxCell>
        <mxCell id="zY7RNsqznwpmfASJRKpX-126" edge="1" parent="1" source="zY7RNsqznwpmfASJRKpX-112" style="edgeStyle=orthogonalEdgeStyle;rounded=0;orthogonalLoop=1;jettySize=auto;html=1;entryX=0.5;entryY=0;entryDx=0;entryDy=0;" target="zY7RNsqznwpmfASJRKpX-127">
          <mxGeometry relative="1" as="geometry">
            <mxPoint x="2519.9999999999995" y="890" as="targetPoint" />
          </mxGeometry>
        </mxCell>
        <mxCell id="zY7RNsqznwpmfASJRKpX-112" parent="1" style="html=1;overflow=block;blockSpacing=1;whiteSpace=wrap;fontSize=15.5;spacing=9;strokeOpacity=100;fillOpacity=100;rounded=1;absoluteArcSize=1;arcSize=9;fillColor=#6db1ff;strokeWidth=1.5;lucidId=Jyd7JkUnaxf8;" value="cancel deletion" vertex="1">
          <mxGeometry height="90" width="120" x="2460" y="740" as="geometry" />
        </mxCell>
        <mxCell id="zY7RNsqznwpmfASJRKpX-122" edge="1" parent="1" source="zY7RNsqznwpmfASJRKpX-115" style="edgeStyle=orthogonalEdgeStyle;rounded=0;orthogonalLoop=1;jettySize=auto;html=1;exitX=1;exitY=0.5;exitDx=0;exitDy=0;entryX=0;entryY=0.5;entryDx=0;entryDy=0;" target="zY7RNsqznwpmfASJRKpX-111">
          <mxGeometry relative="1" as="geometry" />
        </mxCell>
        <mxCell id="zY7RNsqznwpmfASJRKpX-123" connectable="0" parent="zY7RNsqznwpmfASJRKpX-122" style="edgeLabel;html=1;align=center;verticalAlign=middle;resizable=0;points=[];" value="Yes" vertex="1">
          <mxGeometry relative="1" x="-0.2621" y="-1" as="geometry">
            <mxPoint as="offset" />
          </mxGeometry>
        </mxCell>
        <mxCell id="zY7RNsqznwpmfASJRKpX-115" parent="1" style="html=1;overflow=block;blockSpacing=1;whiteSpace=wrap;rhombus;fontSize=15.5;spacing=3.8;strokeColor=#1071e5;strokeOpacity=100;fillOpacity=100;rounded=1;absoluteArcSize=1;arcSize=9;fillColor=#ffffff;strokeWidth=2.3;lucidId=5wd7-uWDyog3;" value="Are you sure" vertex="1">
          <mxGeometry height="90" width="120" x="2270" y="590" as="geometry" />
        </mxCell>
        <mxCell id="zY7RNsqznwpmfASJRKpX-117" edge="1" parent="1" source="zY7RNsqznwpmfASJRKpX-116" style="edgeStyle=orthogonalEdgeStyle;rounded=0;orthogonalLoop=1;jettySize=auto;html=1;exitX=1;exitY=0.5;exitDx=0;exitDy=0;entryX=0;entryY=0.5;entryDx=0;entryDy=0;" target="zY7RNsqznwpmfASJRKpX-107">
          <mxGeometry relative="1" as="geometry" />
        </mxCell>
        <mxCell id="zY7RNsqznwpmfASJRKpX-116" parent="1" style="html=1;overflow=block;blockSpacing=1;whiteSpace=wrap;fontSize=15.5;spacing=9;strokeOpacity=100;fillOpacity=100;rounded=1;absoluteArcSize=1;arcSize=9;fillColor=#6db1ff;strokeWidth=1.5;lucidId=Jyd7JkUnaxf8;" value="Navigate to Category overview" vertex="1">
          <mxGeometry height="90" width="120" x="1446" y="440" as="geometry" />
        </mxCell>
        <mxCell id="zY7RNsqznwpmfASJRKpX-118" parent="1" style="html=1;overflow=block;blockSpacing=1;whiteSpace=wrap;fontSize=15.5;spacing=9;strokeOpacity=100;fillOpacity=100;rounded=1;absoluteArcSize=1;arcSize=9;fillColor=#6db1ff;strokeWidth=1.5;lucidId=Jyd7JkUnaxf8;" value="Category overview" vertex="1">
          <mxGeometry height="90" width="120" x="1850" y="440" as="geometry" />
        </mxCell>
        <mxCell id="zY7RNsqznwpmfASJRKpX-124" edge="1" parent="1" source="zY7RNsqznwpmfASJRKpX-115" style="edgeStyle=orthogonalEdgeStyle;rounded=0;orthogonalLoop=1;jettySize=auto;html=1;entryX=0.125;entryY=-0.007;entryDx=0;entryDy=0;entryPerimeter=0;" target="zY7RNsqznwpmfASJRKpX-112">
          <mxGeometry relative="1" as="geometry">
            <Array as="points">
              <mxPoint x="2475" y="680" />
            </Array>
          </mxGeometry>
        </mxCell>
        <mxCell id="zY7RNsqznwpmfASJRKpX-125" connectable="0" parent="zY7RNsqznwpmfASJRKpX-124" style="edgeLabel;html=1;align=center;verticalAlign=middle;resizable=0;points=[];" value="No" vertex="1">
          <mxGeometry relative="1" x="-0.2541" y="4" as="geometry">
            <mxPoint as="offset" />
          </mxGeometry>
        </mxCell>
        <mxCell id="zY7RNsqznwpmfASJRKpX-127" parent="1" style="ellipse;html=1;shape=endState;fillColor=#000000;strokeColor=#ff0000;" value="" vertex="1">
          <mxGeometry height="30" width="30" x="2505" y="910" as="geometry" />
        </mxCell>
        <mxCell id="zY7RNsqznwpmfASJRKpX-130" edge="1" parent="1" source="zY7RNsqznwpmfASJRKpX-129" style="edgeStyle=orthogonalEdgeStyle;rounded=0;orthogonalLoop=1;jettySize=auto;html=1;entryX=1;entryY=0.5;entryDx=0;entryDy=0;" target="zY7RNsqznwpmfASJRKpX-127">
          <mxGeometry relative="1" as="geometry">
            <Array as="points">
              <mxPoint x="2900" y="635" />
              <mxPoint x="2900" y="925" />
            </Array>
          </mxGeometry>
        </mxCell>
        <mxCell id="zY7RNsqznwpmfASJRKpX-129" parent="1" style="html=1;overflow=block;blockSpacing=1;whiteSpace=wrap;fontSize=15.5;spacing=9;strokeOpacity=100;fillOpacity=100;rounded=1;absoluteArcSize=1;arcSize=9;fillColor=#6db1ff;strokeWidth=1.5;lucidId=Jyd7JkUnaxf8;" value="delete category" vertex="1">
          <mxGeometry height="90" width="120" x="2690" y="590" as="geometry" />
        </mxCell>
      </root>
    </mxGraphModel>
  </diagram>
  <diagram id="44fhnPF8qrLtoCZQgDW9" name="Page-2">
    <mxGraphModel dx="1664" dy="2014" grid="1" gridSize="10" guides="1" tooltips="1" connect="1" arrows="1" fold="1" page="1" pageScale="1" pageWidth="850" pageHeight="1100" math="0" shadow="0">
      <root>
        <mxCell id="0" />
        <mxCell id="1" parent="0" />
        <mxCell id="EnItW8iPVXw03IAVZj2D-2" parent="1" style="html=1;overflow=block;blockSpacing=1;whiteSpace=wrap;fontSize=15.5;spacing=9;strokeOpacity=100;fillOpacity=100;rounded=1;absoluteArcSize=1;arcSize=9;fillColor=#6db1ff;strokeWidth=1.5;lucidId=Nud7yY_tADRs;" value="State" vertex="1">
          <mxGeometry height="90" width="120" x="340" y="440" as="geometry" />
        </mxCell>
        <mxCell id="EnItW8iPVXw03IAVZj2D-17" edge="1" parent="1" source="EnItW8iPVXw03IAVZj2D-3" style="edgeStyle=orthogonalEdgeStyle;rounded=0;orthogonalLoop=1;jettySize=auto;html=1;entryX=0.5;entryY=1;entryDx=0;entryDy=0;" target="EnItW8iPVXw03IAVZj2D-2">
          <mxGeometry relative="1" as="geometry" />
        </mxCell>
        <mxCell id="EnItW8iPVXw03IAVZj2D-3" parent="1" style="html=1;overflow=block;blockSpacing=1;whiteSpace=wrap;fontSize=15.5;spacing=9;strokeOpacity=100;fillOpacity=100;rounded=1;absoluteArcSize=1;arcSize=9;fillColor=#6db1ff;strokeWidth=1.5;lucidId=Nud7yY_tADRs;" value="Getters" vertex="1">
          <mxGeometry height="90" width="120" x="340" y="580" as="geometry" />
        </mxCell>
-         <mxCell id="EnItW8iPVXw03IAVZj2D-18" edge="1" parent="1" source="EnItW8iPVXw03IAVZj2D-4" style="edgeStyle=orthogonalEdgeStyle;rounded=0;orthogonalLoop=1;jettySize=auto;html=1;" target="EnItW8iPVXw03IAVZj2D-2">
-           <mxGeometry relative="1" as="geometry" />
+         <mxCell id="EnItW8iPVXw03IAVZj2D-18" edge="1" parent="1" style="edgeStyle=orthogonalEdgeStyle;rounded=0;orthogonalLoop=1;jettySize=auto;html=1;">
+           <mxGeometry relative="1" as="geometry">
+             <mxPoint x="362" y="380" as="sourcePoint" />
+             <mxPoint x="362" y="440" as="targetPoint" />
+           </mxGeometry>
        </mxCell>
        <mxCell id="EnItW8iPVXw03IAVZj2D-19" connectable="0" parent="EnItW8iPVXw03IAVZj2D-18" style="edgeLabel;html=1;align=center;verticalAlign=middle;resizable=0;points=[];" value="Set state" vertex="1">
          <mxGeometry relative="1" x="-0.0333" y="-1" as="geometry">
            <mxPoint as="offset" />
          </mxGeometry>
+         </mxCell>
+         <mxCell id="LiQFvFj67GORMy84Kcb_-3" edge="1" parent="1" source="EnItW8iPVXw03IAVZj2D-4" style="edgeStyle=orthogonalEdgeStyle;rounded=0;orthogonalLoop=1;jettySize=auto;html=1;exitX=0.75;exitY=1;exitDx=0;exitDy=0;entryX=0.75;entryY=0;entryDx=0;entryDy=0;" target="EnItW8iPVXw03IAVZj2D-2">
+           <mxGeometry relative="1" as="geometry" />
        </mxCell>
        <mxCell id="EnItW8iPVXw03IAVZj2D-4" parent="1" style="html=1;overflow=block;blockSpacing=1;whiteSpace=wrap;fontSize=15.5;spacing=9;strokeOpacity=100;fillOpacity=100;rounded=1;absoluteArcSize=1;arcSize=9;fillColor=#6db1ff;strokeWidth=1.5;lucidId=Nud7yY_tADRs;" value="create action" vertex="1">
          <mxGeometry height="90" width="120" x="340" y="290" as="geometry" />
        </mxCell>
        <mxCell id="R80-sY1dzSs0ATIi5dIv-7" edge="1" parent="1" source="EnItW8iPVXw03IAVZj2D-5" style="edgeStyle=orthogonalEdgeStyle;rounded=0;orthogonalLoop=1;jettySize=auto;html=1;exitX=1;exitY=0.5;exitDx=0;exitDy=0;" target="EnItW8iPVXw03IAVZj2D-6">
          <mxGeometry relative="1" as="geometry" />
        </mxCell>
        <mxCell id="R80-sY1dzSs0ATIi5dIv-8" connectable="0" parent="R80-sY1dzSs0ATIi5dIv-7" style="edgeLabel;html=1;align=center;verticalAlign=middle;resizable=0;points=[];" value="Call Store&amp;nbsp;" vertex="1">
          <mxGeometry relative="1" x="-0.24" y="1" as="geometry">
            <mxPoint as="offset" />
          </mxGeometry>
        </mxCell>
        <mxCell id="EnItW8iPVXw03IAVZj2D-5" parent="1" style="html=1;overflow=block;blockSpacing=1;whiteSpace=wrap;fontSize=15.5;spacing=9;strokeOpacity=100;fillOpacity=100;rounded=1;absoluteArcSize=1;arcSize=9;fillColor=#6db1ff;strokeWidth=1.5;lucidId=Nud7yY_tADRs;" value="Routes" vertex="1">
          <mxGeometry height="90" width="120" x="820" y="170" as="geometry" />
        </mxCell>
        <mxCell id="R80-sY1dzSs0ATIi5dIv-12" edge="1" parent="1" source="EnItW8iPVXw03IAVZj2D-6" style="edgeStyle=orthogonalEdgeStyle;rounded=0;orthogonalLoop=1;jettySize=auto;html=1;exitX=0.5;exitY=1;exitDx=0;exitDy=0;" target="EnItW8iPVXw03IAVZj2D-9">
          <mxGeometry relative="1" as="geometry" />
        </mxCell>
        <mxCell id="R80-sY1dzSs0ATIi5dIv-13" connectable="0" parent="R80-sY1dzSs0ATIi5dIv-12" style="edgeLabel;html=1;align=center;verticalAlign=middle;resizable=0;points=[];" value="Validate the request" vertex="1">
          <mxGeometry relative="1" x="-0.3429" y="1" as="geometry">
            <mxPoint x="-61" y="-3" as="offset" />
          </mxGeometry>
        </mxCell>
        <mxCell id="R80-sY1dzSs0ATIi5dIv-14" edge="1" parent="1" source="EnItW8iPVXw03IAVZj2D-6" style="edgeStyle=orthogonalEdgeStyle;rounded=0;orthogonalLoop=1;jettySize=auto;html=1;exitX=1;exitY=0.75;exitDx=0;exitDy=0;entryX=0;entryY=0.5;entryDx=0;entryDy=0;" target="EnItW8iPVXw03IAVZj2D-8">
          <mxGeometry relative="1" as="geometry">
            <mxPoint x="1300" y="215" as="targetPoint" />
          </mxGeometry>
        </mxCell>
        <mxCell id="R80-sY1dzSs0ATIi5dIv-20" connectable="0" parent="R80-sY1dzSs0ATIi5dIv-14" style="edgeLabel;html=1;align=center;verticalAlign=middle;resizable=0;points=[];" value="Return the included resource" vertex="1">
          <mxGeometry relative="1" x="0.0545" y="-3" as="geometry">
            <mxPoint as="offset" />
          </mxGeometry>
        </mxCell>
        <mxCell id="R80-sY1dzSs0ATIi5dIv-15" edge="1" parent="1" style="edgeStyle=orthogonalEdgeStyle;rounded=0;orthogonalLoop=1;jettySize=auto;html=1;exitX=0;exitY=0;exitDx=0;exitDy=0;entryX=0.25;entryY=1;entryDx=0;entryDy=0;" target="EnItW8iPVXw03IAVZj2D-7">
          <mxGeometry relative="1" as="geometry">
            <mxPoint x="1113" y="170" as="sourcePoint" />
            <mxPoint x="1110" y="60" as="targetPoint" />
          </mxGeometry>
        </mxCell>
        <mxCell id="R80-sY1dzSs0ATIi5dIv-16" connectable="0" parent="R80-sY1dzSs0ATIi5dIv-15" style="edgeLabel;html=1;align=center;verticalAlign=middle;resizable=0;points=[];" value="Use models to query the database" vertex="1">
          <mxGeometry relative="1" x="0.2" y="-3" as="geometry">
            <mxPoint x="-93" y="-2" as="offset" />
          </mxGeometry>
        </mxCell>
        <mxCell id="R80-sY1dzSs0ATIi5dIv-21" edge="1" parent="1" source="EnItW8iPVXw03IAVZj2D-6" style="edgeStyle=orthogonalEdgeStyle;rounded=0;orthogonalLoop=1;jettySize=auto;html=1;exitX=0.5;exitY=0;exitDx=0;exitDy=0;entryX=0.567;entryY=0.967;entryDx=0;entryDy=0;entryPerimeter=0;" target="EnItW8iPVXw03IAVZj2D-7">
          <mxGeometry relative="1" as="geometry">
            <mxPoint x="1150" y="80" as="targetPoint" />
          </mxGeometry>
        </mxCell>
        <mxCell id="R80-sY1dzSs0ATIi5dIv-23" connectable="0" parent="R80-sY1dzSs0ATIi5dIv-21" style="edgeLabel;html=1;align=center;verticalAlign=middle;resizable=0;points=[];" value="Get tickets user is authorized to see" vertex="1">
          <mxGeometry relative="1" x="0.0713" y="-2" as="geometry">
            <mxPoint x="96" y="-2" as="offset" />
          </mxGeometry>
        </mxCell>
        <mxCell id="EnItW8iPVXw03IAVZj2D-6" parent="1" style="html=1;overflow=block;blockSpacing=1;whiteSpace=wrap;fontSize=15.5;spacing=9;strokeOpacity=100;fillOpacity=100;rounded=1;absoluteArcSize=1;arcSize=9;fillColor=#6db1ff;strokeWidth=1.5;lucidId=Nud7yY_tADRs;" value="Controllers" vertex="1">
          <mxGeometry height="90" width="120" x="1090" y="170" as="geometry" />
        </mxCell>
        <mxCell id="R80-sY1dzSs0ATIi5dIv-44" edge="1" parent="1" source="EnItW8iPVXw03IAVZj2D-7" style="edgeStyle=orthogonalEdgeStyle;rounded=0;orthogonalLoop=1;jettySize=auto;html=1;exitX=0.5;exitY=0;exitDx=0;exitDy=0;entryX=0.5;entryY=1;entryDx=0;entryDy=0;" target="EnItW8iPVXw03IAVZj2D-10">
          <mxGeometry relative="1" as="geometry" />
        </mxCell>
        <mxCell id="R80-sY1dzSs0ATIi5dIv-45" connectable="0" parent="R80-sY1dzSs0ATIi5dIv-44" style="edgeLabel;html=1;align=center;verticalAlign=middle;resizable=0;points=[];" value="Query" vertex="1">
          <mxGeometry relative="1" x="0.1111" as="geometry">
            <mxPoint as="offset" />
          </mxGeometry>
        </mxCell>
        <mxCell id="EnItW8iPVXw03IAVZj2D-7" parent="1" style="html=1;overflow=block;blockSpacing=1;whiteSpace=wrap;fontSize=15.5;spacing=9;strokeOpacity=100;fillOpacity=100;rounded=1;absoluteArcSize=1;arcSize=9;fillColor=#6db1ff;strokeWidth=1.5;lucidId=Nud7yY_tADRs;" value="Models" vertex="1">
          <mxGeometry height="90" width="120" x="1082" y="-5" as="geometry" />
        </mxCell>
        <mxCell id="R80-sY1dzSs0ATIi5dIv-18" edge="1" parent="1" source="EnItW8iPVXw03IAVZj2D-6" style="edgeStyle=orthogonalEdgeStyle;rounded=0;orthogonalLoop=1;jettySize=auto;html=1;entryX=0;entryY=0.5;entryDx=0;entryDy=0;exitX=1;exitY=0.25;exitDx=0;exitDy=0;" target="EnItW8iPVXw03IAVZj2D-12">
          <mxGeometry relative="1" as="geometry" />
        </mxCell>
        <mxCell id="R80-sY1dzSs0ATIi5dIv-19" connectable="0" parent="R80-sY1dzSs0ATIi5dIv-18" style="edgeLabel;html=1;align=center;verticalAlign=middle;resizable=0;points=[];" value="Format the resource" vertex="1">
          <mxGeometry relative="1" x="-0.0857" y="3" as="geometry">
            <mxPoint x="-9" y="-29" as="offset" />
          </mxGeometry>
        </mxCell>
        <mxCell id="R80-sY1dzSs0ATIi5dIv-25" edge="1" parent="1" source="EnItW8iPVXw03IAVZj2D-8" style="edgeStyle=orthogonalEdgeStyle;rounded=0;orthogonalLoop=1;jettySize=auto;html=1;exitX=0.5;exitY=1;exitDx=0;exitDy=0;entryX=1.017;entryY=0.933;entryDx=0;entryDy=0;entryPerimeter=0;" target="EnItW8iPVXw03IAVZj2D-25">
          <mxGeometry relative="1" as="geometry">
            <Array as="points">
              <mxPoint x="1460" y="510" />
              <mxPoint x="770" y="510" />
              <mxPoint x="770" y="254" />
            </Array>
            <mxPoint x="900" y="700" as="targetPoint" />
          </mxGeometry>
        </mxCell>
        <mxCell id="R80-sY1dzSs0ATIi5dIv-48" connectable="0" parent="R80-sY1dzSs0ATIi5dIv-25" style="edgeLabel;html=1;align=center;verticalAlign=middle;resizable=0;points=[];" value="Return response" vertex="1">
          <mxGeometry relative="1" x="-0.0686" y="-2" as="geometry">
            <mxPoint x="26" y="-8" as="offset" />
          </mxGeometry>
        </mxCell>
        <mxCell id="EnItW8iPVXw03IAVZj2D-8" parent="1" style="html=1;overflow=block;blockSpacing=1;whiteSpace=wrap;fontSize=15.5;spacing=9;strokeOpacity=100;fillOpacity=100;rounded=1;absoluteArcSize=1;arcSize=9;fillColor=#6db1ff;strokeWidth=1.5;lucidId=Nud7yY_tADRs;" value="Response" vertex="1">
          <mxGeometry height="90" width="120" x="1400" y="260" as="geometry" />
        </mxCell>
        <mxCell id="EnItW8iPVXw03IAVZj2D-9" parent="1" style="html=1;overflow=block;blockSpacing=1;whiteSpace=wrap;fontSize=15.5;spacing=9;strokeOpacity=100;fillOpacity=100;rounded=1;absoluteArcSize=1;arcSize=9;fillColor=#6db1ff;strokeWidth=1.5;lucidId=Nud7yY_tADRs;" value="Requests" vertex="1">
          <mxGeometry height="90" width="120" x="1090" y="330" as="geometry" />
        </mxCell>
        <mxCell id="EnItW8iPVXw03IAVZj2D-10" parent="1" style="html=1;overflow=block;blockSpacing=1;whiteSpace=wrap;fontSize=15.5;spacing=9;strokeOpacity=100;fillOpacity=100;rounded=1;absoluteArcSize=1;arcSize=9;fillColor=#6db1ff;strokeWidth=1.5;lucidId=Nud7yY_tADRs;" value="Database" vertex="1">
          <mxGeometry height="90" width="120" x="1082" y="-158" as="geometry" />
        </mxCell>
        <mxCell id="EnItW8iPVXw03IAVZj2D-12" parent="1" style="html=1;overflow=block;blockSpacing=1;whiteSpace=wrap;fontSize=15.5;spacing=9;strokeOpacity=100;fillOpacity=100;rounded=1;absoluteArcSize=1;arcSize=9;fillColor=#6db1ff;strokeWidth=1.5;lucidId=Nud7yY_tADRs;" value="Resource" vertex="1">
          <mxGeometry height="90" width="120" x="1400" y="130" as="geometry" />
        </mxCell>
        <mxCell id="EnItW8iPVXw03IAVZj2D-13" parent="1" style="text;html=1;whiteSpace=wrap;strokeColor=none;fillColor=none;align=center;verticalAlign=middle;rounded=0;" value="&lt;h1&gt;&lt;b&gt;Creating a ticket&lt;/b&gt;&lt;/h1&gt;" vertex="1">
          <mxGeometry height="30" width="350" x="160" y="-170" as="geometry" />
        </mxCell>
        <mxCell id="EnItW8iPVXw03IAVZj2D-20" edge="1" parent="1" source="EnItW8iPVXw03IAVZj2D-14" style="edgeStyle=orthogonalEdgeStyle;rounded=0;orthogonalLoop=1;jettySize=auto;html=1;entryX=0;entryY=0.25;entryDx=0;entryDy=0;" target="EnItW8iPVXw03IAVZj2D-4">
          <mxGeometry relative="1" as="geometry" />
        </mxCell>
        <mxCell id="EnItW8iPVXw03IAVZj2D-21" connectable="0" parent="EnItW8iPVXw03IAVZj2D-20" style="edgeLabel;html=1;align=center;verticalAlign=middle;resizable=0;points=[];" value="Call create ticket function with form data" vertex="1">
          <mxGeometry relative="1" x="-0.125" y="3" as="geometry">
            <mxPoint x="-38" y="-103" as="offset" />
          </mxGeometry>
        </mxCell>
        <mxCell id="R80-sY1dzSs0ATIi5dIv-34" edge="1" parent="1" source="EnItW8iPVXw03IAVZj2D-14" style="edgeStyle=orthogonalEdgeStyle;rounded=0;orthogonalLoop=1;jettySize=auto;html=1;" target="EnItW8iPVXw03IAVZj2D-22">
          <mxGeometry relative="1" as="geometry" />
        </mxCell>
        <mxCell id="R80-sY1dzSs0ATIi5dIv-35" connectable="0" parent="R80-sY1dzSs0ATIi5dIv-34" style="edgeLabel;html=1;align=center;verticalAlign=middle;resizable=0;points=[];" value="Navigate to" vertex="1">
          <mxGeometry relative="1" x="-0.103" y="3" as="geometry">
            <mxPoint as="offset" />
          </mxGeometry>
        </mxCell>
        <mxCell id="EnItW8iPVXw03IAVZj2D-14" parent="1" style="html=1;overflow=block;blockSpacing=1;whiteSpace=wrap;fontSize=15.5;spacing=9;strokeOpacity=100;fillOpacity=100;rounded=1;absoluteArcSize=1;arcSize=9;fillColor=#6db1ff;strokeWidth=1.5;lucidId=Nud7yY_tADRs;" value="Create Ticket Form" vertex="1">
          <mxGeometry height="90" width="120" x="70" y="160" as="geometry" />
        </mxCell>
        <mxCell id="EnItW8iPVXw03IAVZj2D-23" edge="1" parent="1" source="EnItW8iPVXw03IAVZj2D-22" style="edgeStyle=orthogonalEdgeStyle;rounded=0;orthogonalLoop=1;jettySize=auto;html=1;entryX=0;entryY=0.5;entryDx=0;entryDy=0;" target="EnItW8iPVXw03IAVZj2D-3">
          <mxGeometry relative="1" as="geometry">
            <mxPoint x="290" y="625" as="targetPoint" />
          </mxGeometry>
        </mxCell>
        <mxCell id="EnItW8iPVXw03IAVZj2D-24" connectable="0" parent="EnItW8iPVXw03IAVZj2D-23" style="edgeLabel;html=1;align=center;verticalAlign=middle;resizable=0;points=[];" value="Get state ref" vertex="1">
          <mxGeometry relative="1" x="-0.2133" y="3" as="geometry">
            <mxPoint x="11" y="-12" as="offset" />
          </mxGeometry>
        </mxCell>
        <mxCell id="EnItW8iPVXw03IAVZj2D-22" parent="1" style="html=1;overflow=block;blockSpacing=1;whiteSpace=wrap;fontSize=15.5;spacing=9;strokeOpacity=100;fillOpacity=100;rounded=1;absoluteArcSize=1;arcSize=9;fillColor=#6db1ff;strokeWidth=1.5;lucidId=Nud7yY_tADRs;" value="Ticket Overview" vertex="1">
          <mxGeometry height="90" width="120" x="70" y="580" as="geometry" />
        </mxCell>
        <mxCell id="R80-sY1dzSs0ATIi5dIv-5" edge="1" parent="1" source="EnItW8iPVXw03IAVZj2D-25" style="edgeStyle=orthogonalEdgeStyle;rounded=0;orthogonalLoop=1;jettySize=auto;html=1;entryX=0;entryY=0.5;entryDx=0;entryDy=0;" target="EnItW8iPVXw03IAVZj2D-5">
          <mxGeometry relative="1" as="geometry" />
        </mxCell>
        <mxCell id="R80-sY1dzSs0ATIi5dIv-6" connectable="0" parent="R80-sY1dzSs0ATIi5dIv-5" style="edgeLabel;html=1;align=center;verticalAlign=middle;resizable=0;points=[];" value="Call post route" vertex="1">
          <mxGeometry relative="1" x="-0.2" y="-3" as="geometry">
            <mxPoint x="14" y="-18" as="offset" />
          </mxGeometry>
        </mxCell>
        <mxCell id="R80-sY1dzSs0ATIi5dIv-26" edge="1" parent="1" source="EnItW8iPVXw03IAVZj2D-25" style="edgeStyle=orthogonalEdgeStyle;rounded=0;orthogonalLoop=1;jettySize=auto;html=1;exitX=0.75;exitY=1;exitDx=0;exitDy=0;entryX=1;entryY=0.75;entryDx=0;entryDy=0;" target="EnItW8iPVXw03IAVZj2D-4">
          <mxGeometry relative="1" as="geometry" />
        </mxCell>
        <mxCell id="R80-sY1dzSs0ATIi5dIv-27" connectable="0" parent="R80-sY1dzSs0ATIi5dIv-26" style="edgeLabel;html=1;align=center;verticalAlign=middle;resizable=0;points=[];" value="Return response" vertex="1">
          <mxGeometry relative="1" x="0.2904" y="3" as="geometry">
            <mxPoint y="-20" as="offset" />
          </mxGeometry>
        </mxCell>
        <mxCell id="EnItW8iPVXw03IAVZj2D-25" parent="1" style="html=1;overflow=block;blockSpacing=1;whiteSpace=wrap;fontSize=15.5;spacing=9;strokeOpacity=100;fillOpacity=100;rounded=1;absoluteArcSize=1;arcSize=9;fillColor=#6db1ff;strokeWidth=1.5;lucidId=Nud7yY_tADRs;" value="Axios" vertex="1">
          <mxGeometry height="90" width="120" x="560" y="170" as="geometry" />
        </mxCell>
        <mxCell id="EnItW8iPVXw03IAVZj2D-26" edge="1" parent="1" source="EnItW8iPVXw03IAVZj2D-4" style="edgeStyle=orthogonalEdgeStyle;rounded=0;orthogonalLoop=1;jettySize=auto;html=1;exitX=1;exitY=0.25;exitDx=0;exitDy=0;">
          <mxGeometry relative="1" as="geometry">
            <mxPoint x="620" y="260" as="targetPoint" />
          </mxGeometry>
        </mxCell>
        <mxCell id="EnItW8iPVXw03IAVZj2D-27" connectable="0" parent="EnItW8iPVXw03IAVZj2D-26" style="edgeLabel;html=1;align=center;verticalAlign=middle;resizable=0;points=[];" value="Post request create ticket" vertex="1">
          <mxGeometry relative="1" x="-0.6387" y="-2" as="geometry">
            <mxPoint x="48" y="-24" as="offset" />
          </mxGeometry>
        </mxCell>
        <mxCell id="R80-sY1dzSs0ATIi5dIv-32" edge="1" parent="1" source="R80-sY1dzSs0ATIi5dIv-1" style="edgeStyle=orthogonalEdgeStyle;rounded=0;orthogonalLoop=1;jettySize=auto;html=1;exitX=0.5;exitY=1;exitDx=0;exitDy=0;" target="EnItW8iPVXw03IAVZj2D-14">
          <mxGeometry relative="1" as="geometry" />
        </mxCell>
        <mxCell id="R80-sY1dzSs0ATIi5dIv-1" parent="1" style="html=1;overflow=block;blockSpacing=1;whiteSpace=wrap;shape=parallelogram;perimeter=parallelogramPerimeter;anchorPointDirection=0;fontSize=13.3;spacing=9;strokeOpacity=100;fillOpacity=100;rounded=1;absoluteArcSize=1;arcSize=9;fillColor=#ff80df;strokeWidth=1.5;lucidId=rFd7Cz1MsACA;" value="id, title, description, priority,&amp;nbsp;category_ids,&amp;nbsp;" vertex="1">
-           <mxGeometry height="136" width="184" x="30" y="-51" as="geometry" />
+           <mxGeometry height="136" width="184" x="50" y="-51" as="geometry" />
        </mxCell>
        <mxCell id="R80-sY1dzSs0ATIi5dIv-3" parent="1" style="html=1;overflow=block;blockSpacing=1;whiteSpace=wrap;shape=parallelogram;perimeter=parallelogramPerimeter;anchorPointDirection=0;fontSize=13.3;spacing=9;strokeOpacity=100;fillOpacity=100;rounded=1;absoluteArcSize=1;arcSize=9;fillColor=#ff80df;strokeWidth=1.5;lucidId=rFd7Cz1MsACA;" value="&lt;div&gt;id, title, description, priority, category_ids&lt;/div&gt;&lt;div&gt;submitter_id, created_at, updated_at&lt;/div&gt;" vertex="1">
          <mxGeometry height="136" width="128" x="932" y="-228" as="geometry" />
-         </mxCell>
-         <mxCell id="R80-sY1dzSs0ATIi5dIv-28" edge="1" parent="1" source="EnItW8iPVXw03IAVZj2D-4" style="edgeStyle=orthogonalEdgeStyle;rounded=0;orthogonalLoop=1;jettySize=auto;html=1;exitX=0.942;exitY=0.978;exitDx=0;exitDy=0;entryX=1;entryY=0.411;entryDx=0;entryDy=0;entryPerimeter=0;exitPerimeter=0;" target="EnItW8iPVXw03IAVZj2D-2">
-           <mxGeometry relative="1" as="geometry">
-             <Array as="points">
-               <mxPoint x="453" y="410" />
-               <mxPoint x="470" y="410" />
-               <mxPoint x="470" y="477" />
-             </Array>
-           </mxGeometry>
-         </mxCell>
-         <mxCell id="R80-sY1dzSs0ATIi5dIv-29" connectable="0" parent="R80-sY1dzSs0ATIi5dIv-28" style="edgeLabel;html=1;align=center;verticalAlign=middle;resizable=0;points=[];" value="Set state with response data" vertex="1">
-           <mxGeometry relative="1" x="-0.0138" as="geometry">
-             <mxPoint x="70" y="77" as="offset" />
-           </mxGeometry>
        </mxCell>
        <mxCell id="R80-sY1dzSs0ATIi5dIv-30" edge="1" parent="1" source="EnItW8iPVXw03IAVZj2D-4" style="edgeStyle=orthogonalEdgeStyle;rounded=0;orthogonalLoop=1;jettySize=auto;html=1;entryX=0.817;entryY=1.033;entryDx=0;entryDy=0;entryPerimeter=0;" target="EnItW8iPVXw03IAVZj2D-14">
          <mxGeometry relative="1" as="geometry" />
        </mxCell>
        <mxCell id="R80-sY1dzSs0ATIi5dIv-31" connectable="0" parent="R80-sY1dzSs0ATIi5dIv-30" style="edgeLabel;html=1;align=center;verticalAlign=middle;resizable=0;points=[];" value="Return response" vertex="1">
          <mxGeometry relative="1" x="-0.1261" y="-1" as="geometry">
            <mxPoint as="offset" />
          </mxGeometry>
        </mxCell>
        <mxCell id="R80-sY1dzSs0ATIi5dIv-33" edge="1" parent="1" source="R80-sY1dzSs0ATIi5dIv-3" style="edgeStyle=orthogonalEdgeStyle;rounded=0;orthogonalLoop=1;jettySize=auto;html=1;entryX=0.117;entryY=0.022;entryDx=0;entryDy=0;entryPerimeter=0;" target="EnItW8iPVXw03IAVZj2D-10">
          <mxGeometry relative="1" as="geometry" />
        </mxCell>
        <mxCell id="LiQFvFj67GORMy84Kcb_-1" parent="1" style="swimlane;whiteSpace=wrap;html=1;" value="Store" vertex="1">
          <mxGeometry height="480" width="200" x="300" y="240" as="geometry" />
        </mxCell>
      </root>
    </mxGraphModel>
  </diagram>
</mxfile>
